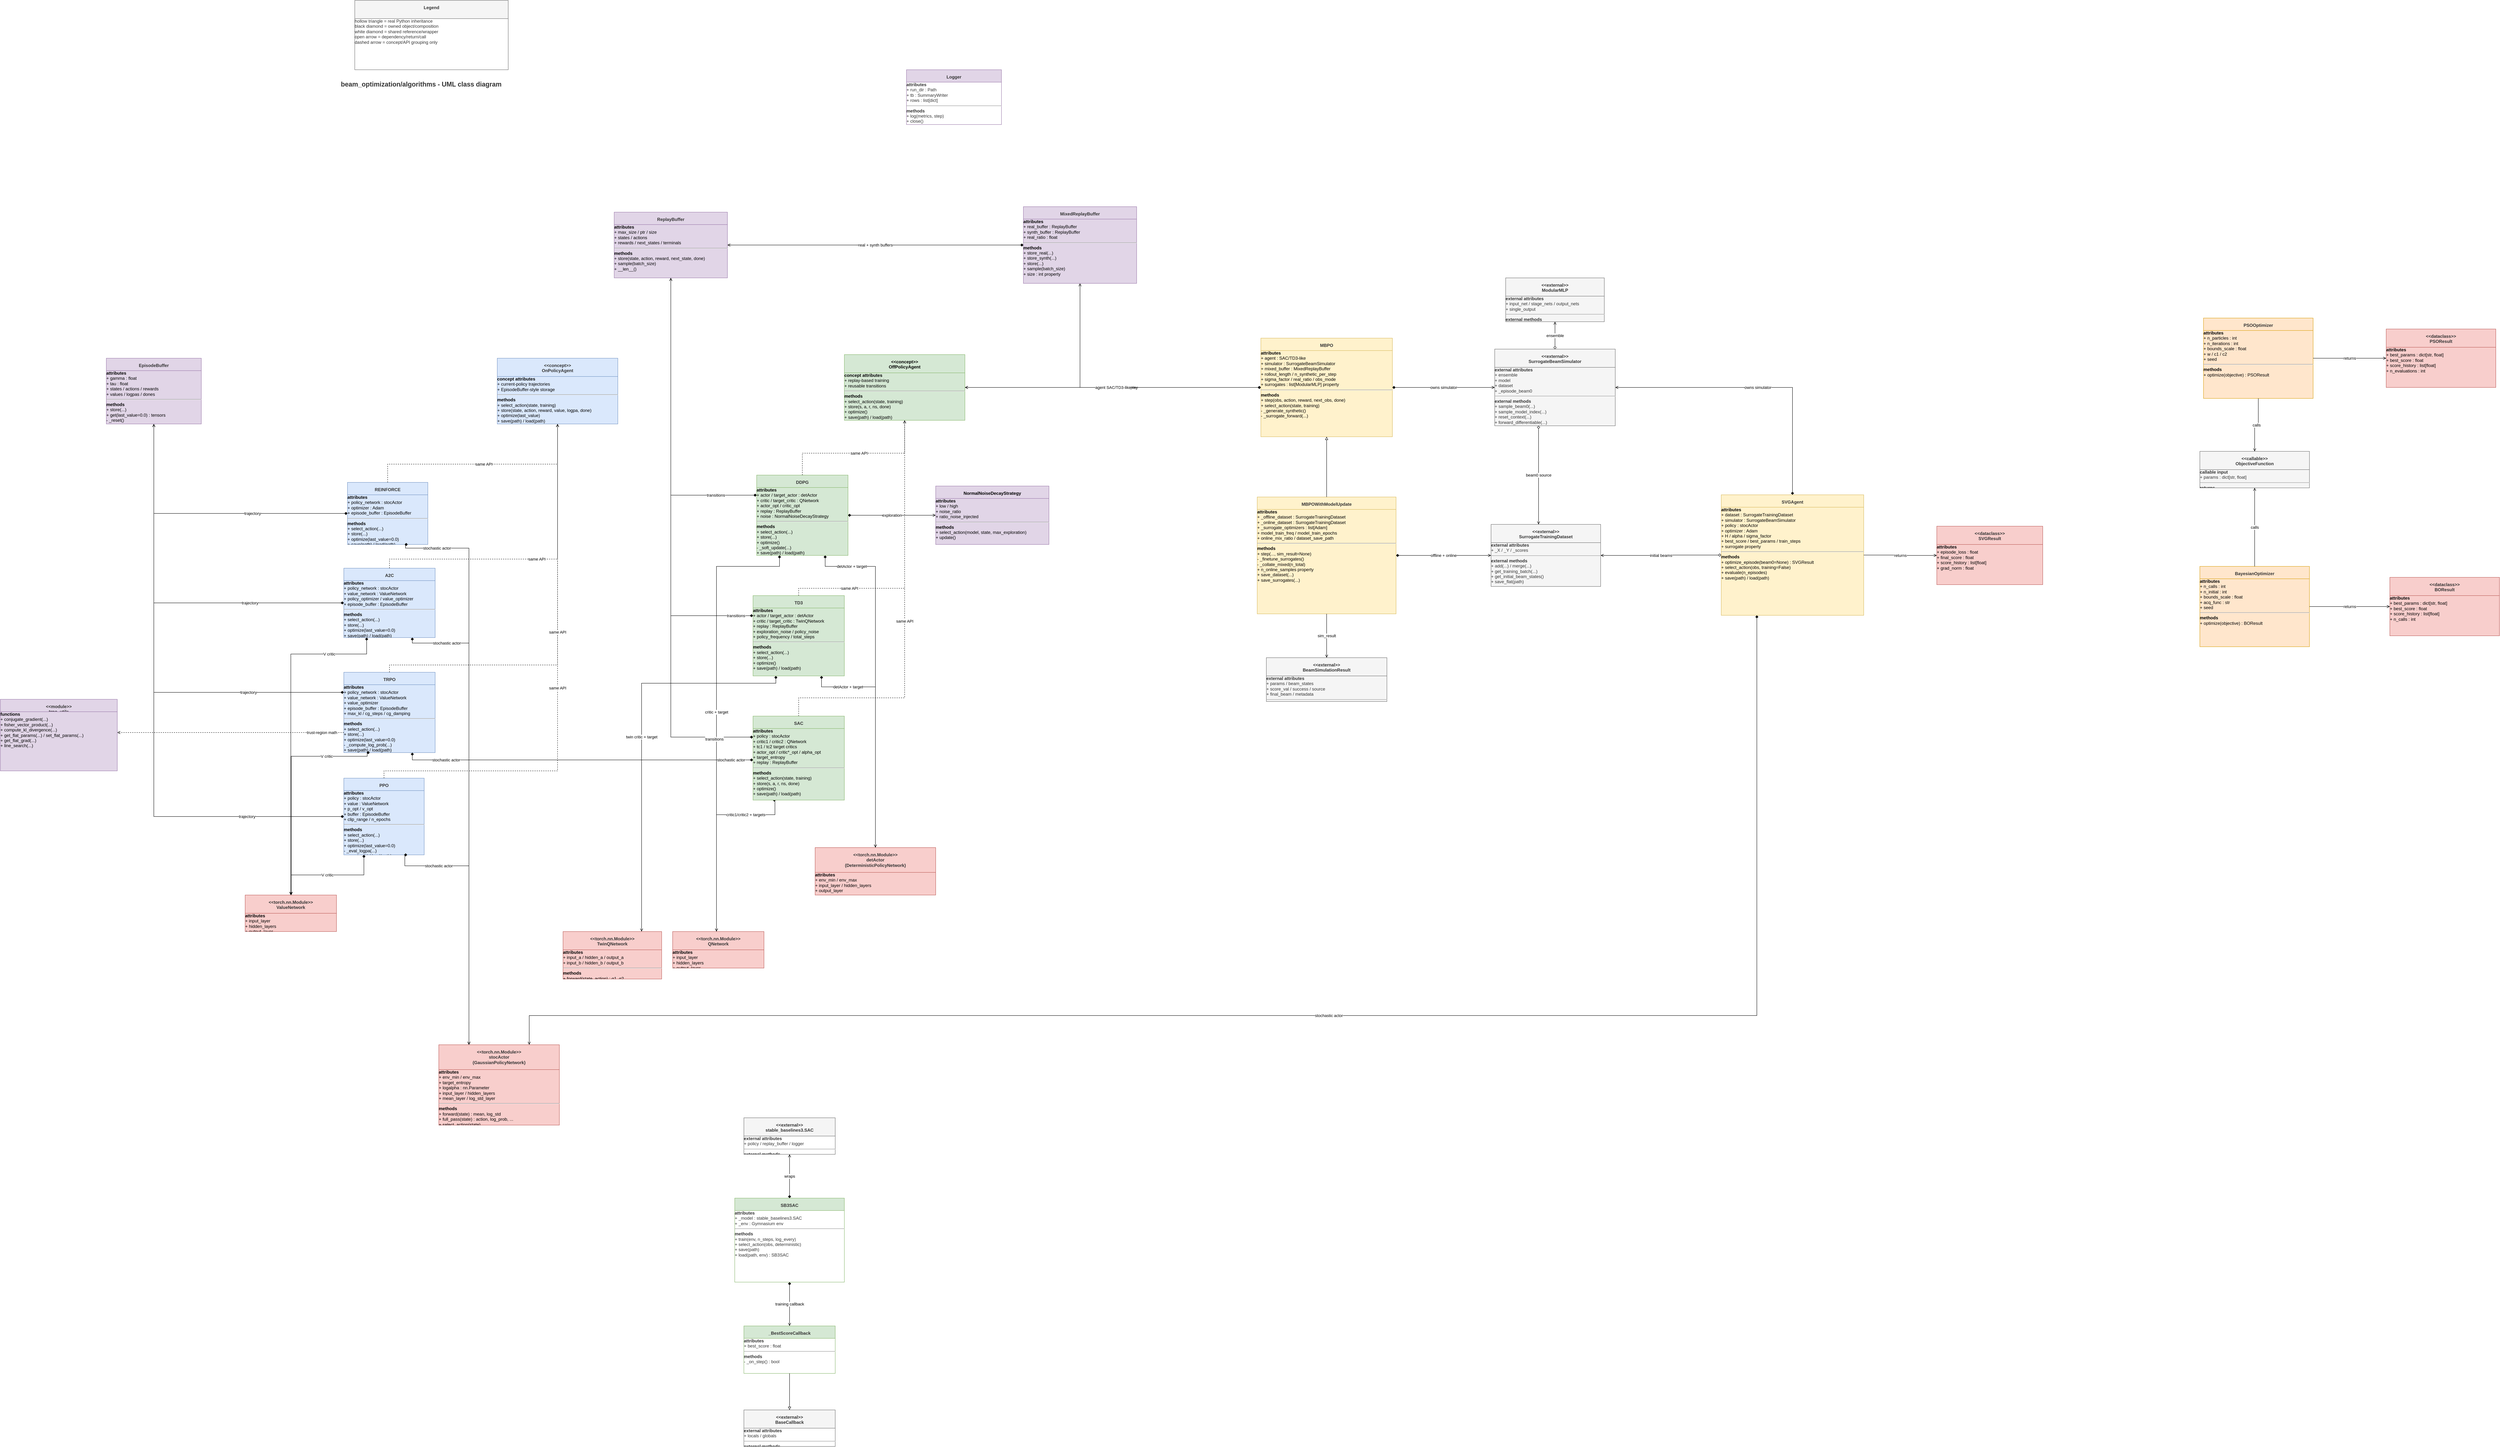
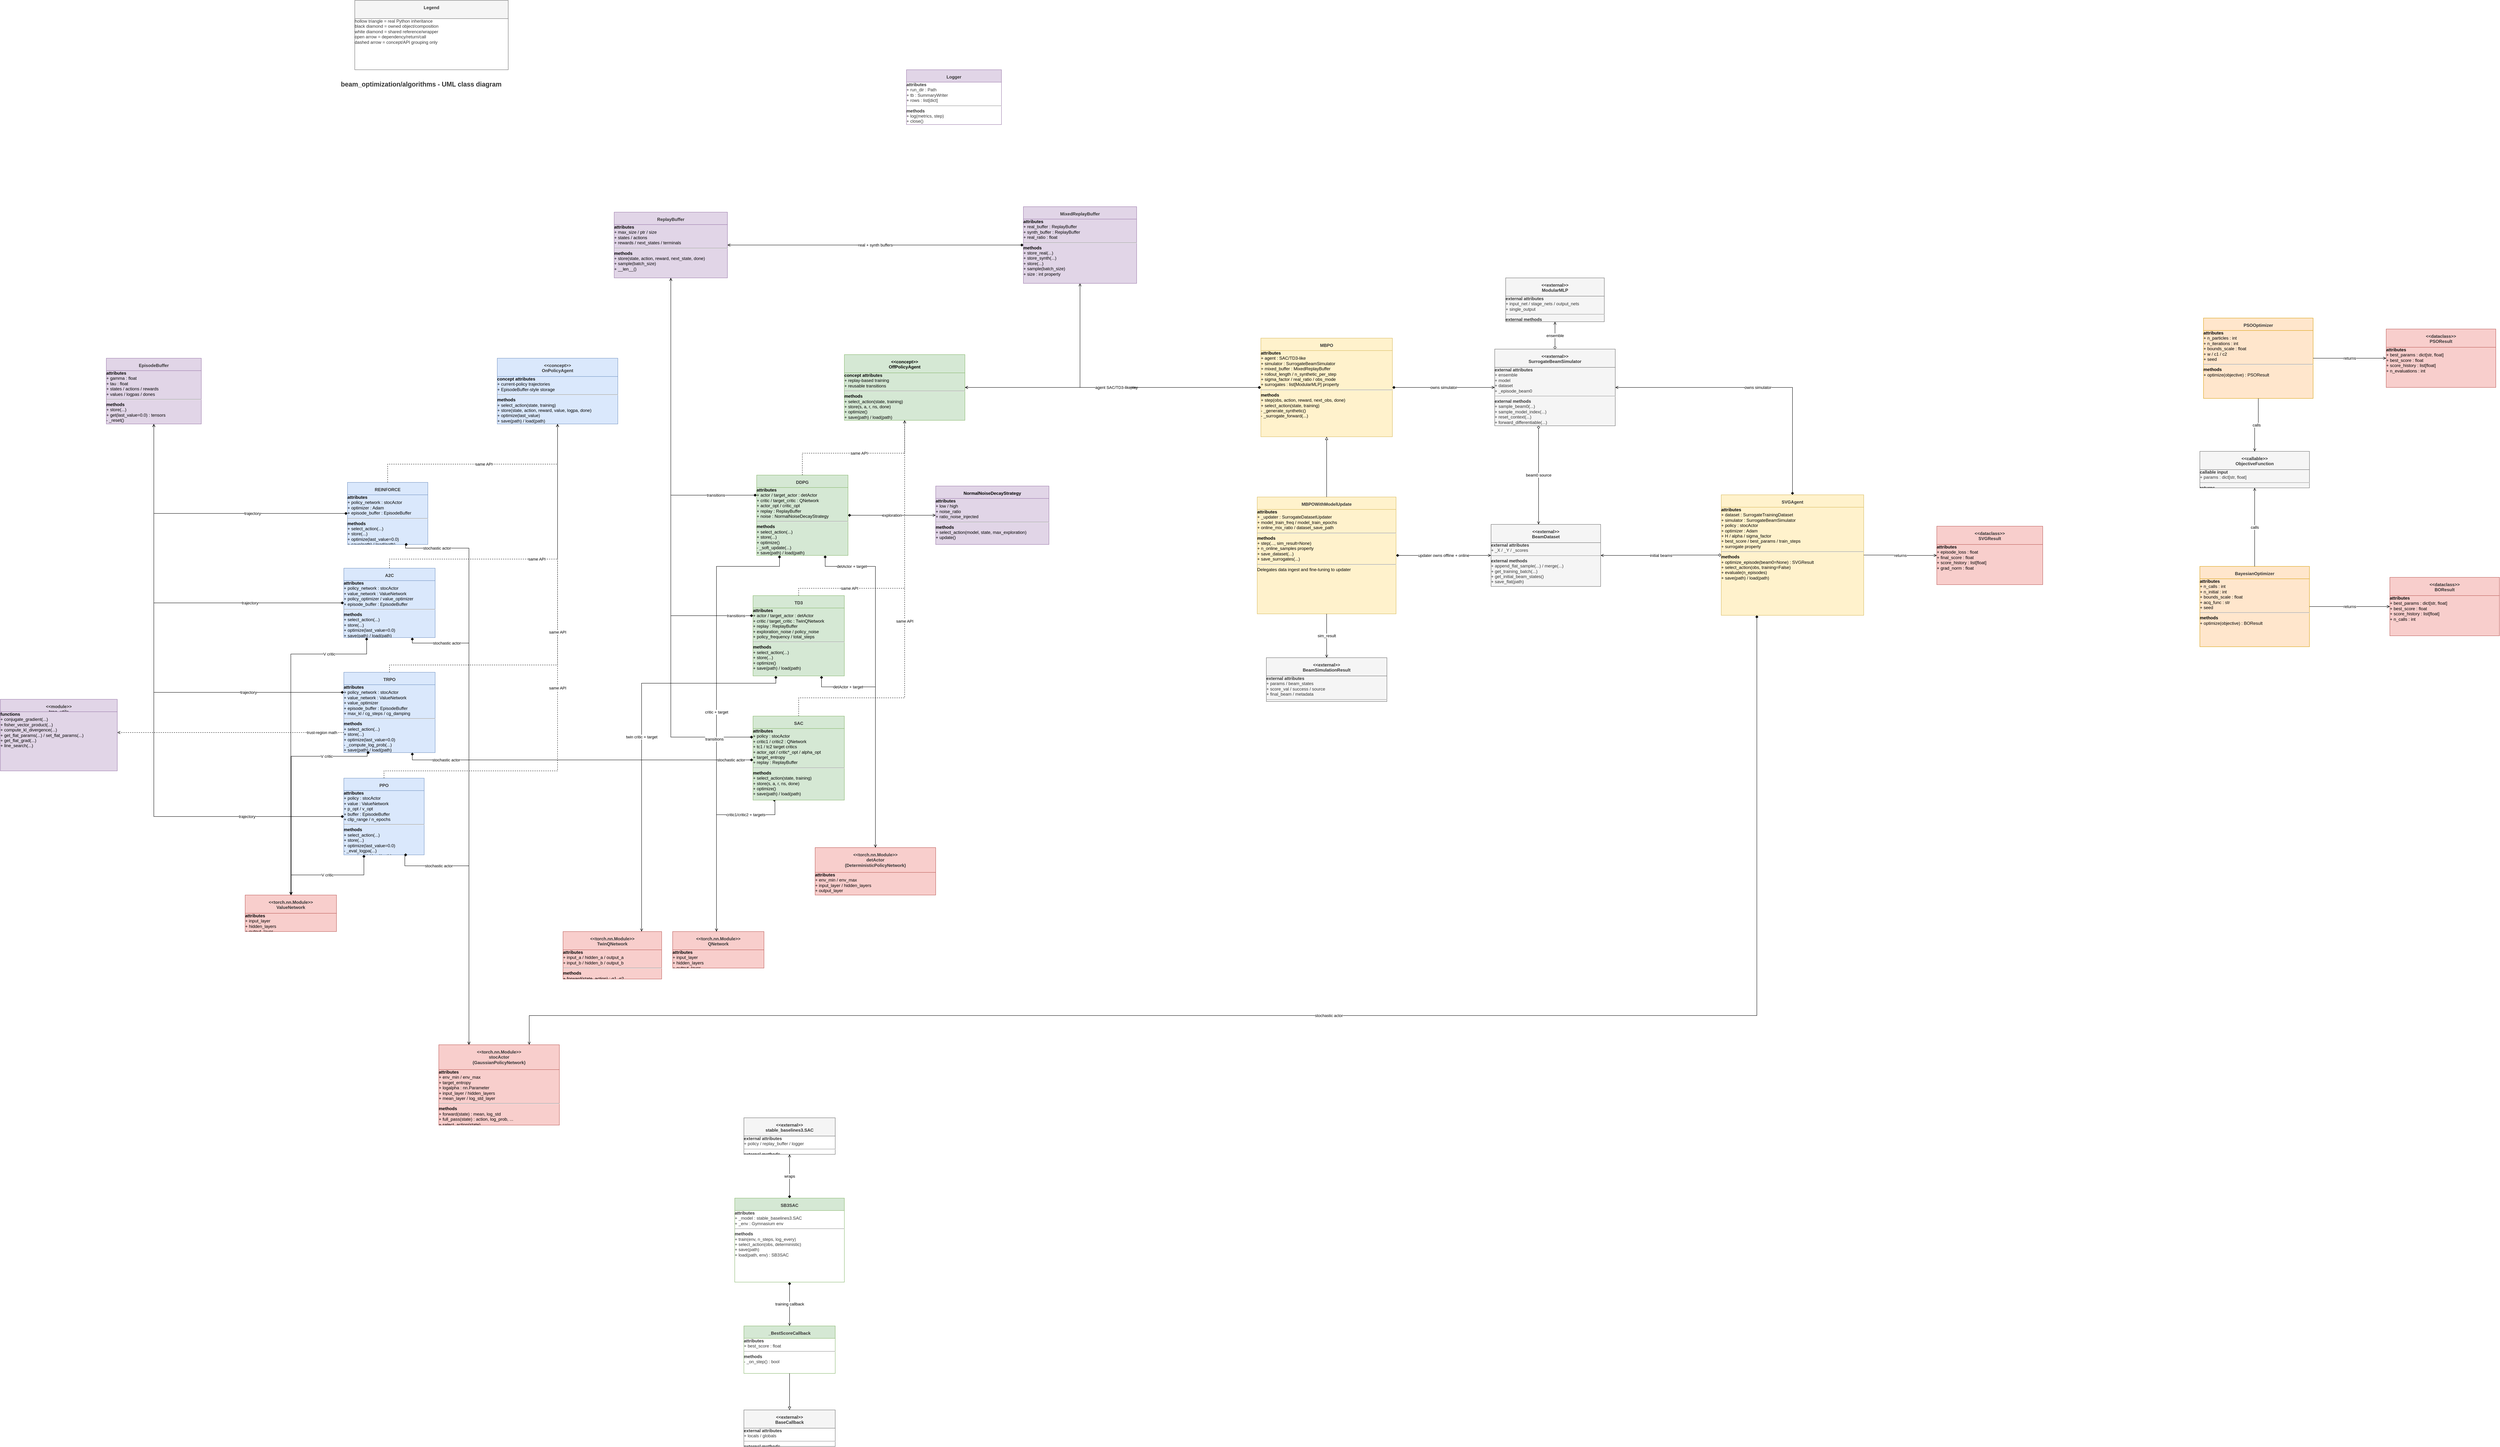
<mxfile host="65bd71144e">
  <diagram id="algorithms-class-diagram" name="Algorithms class diagram">
    <mxGraphModel dx="6020" dy="4347" grid="1" gridSize="10" guides="1" tooltips="1" connect="1" arrows="1" fold="1" page="1" pageScale="1" pageWidth="3900" pageHeight="2500" math="0" shadow="0">
      <root>
        <mxCell id="0" />
        <mxCell id="1" parent="0" />
        <mxCell id="title" value="beam_optimization/algorithms - UML class diagram" style="text;html=1;strokeColor=none;fillColor=none;align=left;verticalAlign=middle;fontSize=18;fontStyle=1;fontColor=#333333;" parent="1" vertex="1">
          <mxGeometry x="-470" y="-700" width="780" height="40" as="geometry" />
        </mxCell>
        <mxCell id="Legend" value="&lt;b&gt;Legend&lt;/b&gt;" style="swimlane;html=1;whiteSpace=wrap;collapsible=0;recursiveResize=0;childLayout=stackLayout;horizontal=1;startSize=50;align=center;verticalAlign=top;spacing=8;fontStyle=1;fillColor=#f5f5f5;strokeColor=#666666;fontSize=12;fontColor=#333333;" parent="1" vertex="1">
          <mxGeometry x="-430" y="-910" width="420" height="190" as="geometry" />
        </mxCell>
        <mxCell id="Legend_body" value="hollow triangle = real Python inheritance&lt;br&gt;black diamond = owned object/composition&lt;br&gt;white diamond = shared reference/wrapper&lt;br&gt;open arrow = dependency/return/call&lt;br&gt;dashed arrow = concept/API grouping only" style="text;html=1;strokeColor=none;fillColor=none;align=left;verticalAlign=top;whiteSpace=wrap;spacing=8;fontSize=12;overflow=fill;fontColor=#333333;" parent="Legend" vertex="1" connectable="0">
          <mxGeometry y="50" width="420" height="140" as="geometry" />
        </mxCell>
        <mxCell id="OnPolicyAgent" value="&amp;lt;&amp;lt;concept&amp;gt;&amp;gt;&lt;br&gt;&lt;b&gt;OnPolicyAgent&lt;/b&gt;" style="swimlane;html=1;whiteSpace=wrap;collapsible=0;recursiveResize=0;childLayout=stackLayout;horizontal=1;startSize=50;align=center;verticalAlign=top;spacing=8;fontStyle=1;fillColor=#dae8fc;strokeColor=#6c8ebf;fontSize=12;fontColor=#333333;" parent="1" vertex="1">
          <mxGeometry x="-40" y="70" width="330" height="180" as="geometry" />
        </mxCell>
        <mxCell id="OnPolicyAgent_body" value="&lt;b&gt;concept attributes&lt;/b&gt;&lt;br&gt;+ current-policy trajectories&lt;br&gt;+ EpisodeBuffer-style storage&lt;br&gt;&lt;hr&gt;&lt;b&gt;methods&lt;/b&gt;&lt;br&gt;+ select_action(state, training)&lt;br&gt;+ store(state, action, reward, value, logpa, done)&lt;br&gt;+ optimize(last_value)&lt;br&gt;+ save(path) / load(path)&lt;br&gt;&lt;i&gt;no common Python base&lt;/i&gt;" style="text;html=1;strokeColor=#6c8ebf;fillColor=#dae8fc;align=left;verticalAlign=top;whiteSpace=wrap;spacing=8;fontSize=12;overflow=fill;" parent="OnPolicyAgent" vertex="1" connectable="0">
          <mxGeometry y="50" width="330" height="130" as="geometry" />
        </mxCell>
        <mxCell id="OffPolicyAgent" value="&amp;lt;&amp;lt;concept&amp;gt;&amp;gt;&lt;br&gt;&lt;b&gt;OffPolicyAgent&lt;/b&gt;" style="swimlane;html=1;whiteSpace=wrap;collapsible=0;recursiveResize=0;childLayout=stackLayout;horizontal=1;startSize=50;align=center;verticalAlign=top;spacing=8;fontStyle=1;fillColor=#d5e8d4;strokeColor=#82b366;fontSize=12;" parent="1" vertex="1">
          <mxGeometry x="910" y="60" width="330" height="180" as="geometry" />
        </mxCell>
        <mxCell id="OffPolicyAgent_body" value="&lt;b&gt;concept attributes&lt;/b&gt;&lt;br&gt;+ replay-based training&lt;br&gt;+ reusable transitions&lt;br&gt;&lt;hr&gt;&lt;b&gt;methods&lt;/b&gt;&lt;br&gt;+ select_action(state, training)&lt;br&gt;+ store(s, a, r, ns, done)&lt;br&gt;+ optimize()&lt;br&gt;+ save(path) / load(path)&lt;br&gt;&lt;i&gt;no common Python base&lt;/i&gt;" style="text;html=1;strokeColor=#82b366;fillColor=#d5e8d4;align=left;verticalAlign=top;whiteSpace=wrap;spacing=8;fontSize=12;overflow=fill;" parent="OffPolicyAgent" vertex="1" connectable="0">
          <mxGeometry y="50" width="330" height="130" as="geometry" />
        </mxCell>
        <mxCell id="REINFORCE" value="&lt;b&gt;REINFORCE&lt;/b&gt;" style="swimlane;html=1;whiteSpace=wrap;collapsible=0;recursiveResize=0;childLayout=stackLayout;horizontal=1;startSize=34;align=center;verticalAlign=top;spacing=8;fontStyle=1;fillColor=#dae8fc;strokeColor=#6c8ebf;fontSize=12;fontColor=#333333;" parent="1" vertex="1">
          <mxGeometry x="-450" y="410" width="220" height="170" as="geometry" />
        </mxCell>
        <mxCell id="REINFORCE_body" value="&lt;b&gt;attributes&lt;/b&gt;&lt;br&gt;+ policy_network : stocActor&lt;br&gt;+ optimizer : Adam&lt;br&gt;+ episode_buffer : EpisodeBuffer&lt;br&gt;&lt;hr&gt;&lt;b&gt;methods&lt;/b&gt;&lt;br&gt;+ select_action(...)&lt;br&gt;+ store(...)&lt;br&gt;+ optimize(last_value=0.0)&lt;br&gt;+ save(path) / load(path)" style="text;html=1;strokeColor=#6c8ebf;fillColor=#dae8fc;align=left;verticalAlign=top;whiteSpace=wrap;spacing=8;fontSize=12;overflow=fill;" parent="REINFORCE" vertex="1" connectable="0">
          <mxGeometry y="34" width="220" height="136" as="geometry" />
        </mxCell>
        <mxCell id="A2C" value="&lt;b&gt;A2C&lt;/b&gt;" style="swimlane;html=1;whiteSpace=wrap;collapsible=0;recursiveResize=0;childLayout=stackLayout;horizontal=1;startSize=34;align=center;verticalAlign=top;spacing=8;fontStyle=1;fillColor=#dae8fc;strokeColor=#6c8ebf;fontSize=12;fontColor=#333333;" parent="1" vertex="1">
          <mxGeometry x="-460" y="645" width="250" height="190" as="geometry" />
        </mxCell>
        <mxCell id="A2C_body" value="&lt;b&gt;attributes&lt;/b&gt;&lt;br&gt;+ policy_network : stocActor&lt;br&gt;+ value_network : ValueNetwork&lt;br&gt;+ policy_optimizer / value_optimizer&lt;br&gt;+ episode_buffer : EpisodeBuffer&lt;br&gt;&lt;hr&gt;&lt;b&gt;methods&lt;/b&gt;&lt;br&gt;+ select_action(...)&lt;br&gt;+ store(...)&lt;br&gt;+ optimize(last_value=0.0)&lt;br&gt;+ save(path) / load(path)" style="text;html=1;strokeColor=#6c8ebf;fillColor=#dae8fc;align=left;verticalAlign=top;whiteSpace=wrap;spacing=8;fontSize=12;overflow=fill;" parent="A2C" vertex="1" connectable="0">
          <mxGeometry y="34" width="250" height="156" as="geometry" />
        </mxCell>
        <mxCell id="PPO" value="&lt;b&gt;PPO&lt;/b&gt;" style="swimlane;html=1;whiteSpace=wrap;collapsible=0;recursiveResize=0;childLayout=stackLayout;horizontal=1;startSize=34;align=center;verticalAlign=top;spacing=8;fontStyle=1;fillColor=#dae8fc;strokeColor=#6c8ebf;fontSize=12;fontColor=#333333;" parent="1" vertex="1">
          <mxGeometry x="-460" y="1220" width="220" height="210" as="geometry" />
        </mxCell>
        <mxCell id="PPO_body" value="&lt;b&gt;attributes&lt;/b&gt;&lt;br&gt;+ policy : stocActor&lt;br&gt;+ value : ValueNetwork&lt;br&gt;+ p_opt / v_opt&lt;br&gt;+ buffer : EpisodeBuffer&lt;br&gt;+ clip_range / n_epochs&lt;br&gt;&lt;hr&gt;&lt;b&gt;methods&lt;/b&gt;&lt;br&gt;+ select_action(...)&lt;br&gt;+ store(...)&lt;br&gt;+ optimize(last_value=0.0)&lt;br&gt;- _eval_logpa(...)&lt;br&gt;+ save(path) / load(path)" style="text;html=1;strokeColor=#6c8ebf;fillColor=#dae8fc;align=left;verticalAlign=top;whiteSpace=wrap;spacing=8;fontSize=12;overflow=fill;" parent="PPO" vertex="1" connectable="0">
          <mxGeometry y="34" width="220" height="176" as="geometry" />
        </mxCell>
        <mxCell id="TRPO" value="&lt;b&gt;TRPO&lt;/b&gt;" style="swimlane;html=1;whiteSpace=wrap;collapsible=0;recursiveResize=0;childLayout=stackLayout;horizontal=1;startSize=34;align=center;verticalAlign=top;spacing=8;fontStyle=1;fillColor=#dae8fc;strokeColor=#6c8ebf;fontSize=12;fontColor=#333333;" parent="1" vertex="1">
          <mxGeometry x="-460" y="930" width="250" height="220" as="geometry" />
        </mxCell>
        <mxCell id="TRPO_body" value="&lt;b&gt;attributes&lt;/b&gt;&lt;br&gt;+ policy_network : stocActor&lt;br&gt;+ value_network : ValueNetwork&lt;br&gt;+ value_optimizer&lt;br&gt;+ episode_buffer : EpisodeBuffer&lt;br&gt;+ max_kl / cg_steps / cg_damping&lt;br&gt;&lt;hr&gt;&lt;b&gt;methods&lt;/b&gt;&lt;br&gt;+ select_action(...)&lt;br&gt;+ store(...)&lt;br&gt;+ optimize(last_value=0.0)&lt;br&gt;- _compute_log_prob(...)&lt;br&gt;+ save(path) / load(path)" style="text;html=1;strokeColor=#6c8ebf;fillColor=#dae8fc;align=left;verticalAlign=top;whiteSpace=wrap;spacing=8;fontSize=12;overflow=fill;" parent="TRPO" vertex="1" connectable="0">
          <mxGeometry y="34" width="250" height="186" as="geometry" />
        </mxCell>
        <mxCell id="DDPG" value="&lt;b&gt;DDPG&lt;/b&gt;" style="swimlane;html=1;whiteSpace=wrap;collapsible=0;recursiveResize=0;childLayout=stackLayout;horizontal=1;startSize=34;align=center;verticalAlign=top;spacing=8;fontStyle=1;fillColor=#d5e8d4;strokeColor=#82b366;fontSize=12;fontColor=#333333;" parent="1" vertex="1">
          <mxGeometry x="670" y="390" width="250" height="220" as="geometry" />
        </mxCell>
        <mxCell id="DDPG_body" value="&lt;b&gt;attributes&lt;/b&gt;&lt;br&gt;+ actor / target_actor : detActor&lt;br&gt;+ critic / target_critic : QNetwork&lt;br&gt;+ actor_opt / critic_opt&lt;br&gt;+ replay : ReplayBuffer&lt;br&gt;+ noise : NormalNoiseDecayStrategy&lt;br&gt;&lt;hr&gt;&lt;b&gt;methods&lt;/b&gt;&lt;br&gt;+ select_action(...)&lt;br&gt;+ store(...)&lt;br&gt;+ optimize()&lt;br&gt;- _soft_update(...)&lt;br&gt;+ save(path) / load(path)" style="text;html=1;strokeColor=#82b366;fillColor=#d5e8d4;align=left;verticalAlign=top;whiteSpace=wrap;spacing=8;fontSize=12;overflow=fill;" parent="DDPG" vertex="1" connectable="0">
          <mxGeometry y="34" width="250" height="186" as="geometry" />
        </mxCell>
        <mxCell id="TD3" value="&lt;b&gt;TD3&lt;/b&gt;" style="swimlane;html=1;whiteSpace=wrap;collapsible=0;recursiveResize=0;childLayout=stackLayout;horizontal=1;startSize=34;align=center;verticalAlign=top;spacing=8;fontStyle=1;fillColor=#d5e8d4;strokeColor=#82b366;fontSize=12;fontColor=#333333;" parent="1" vertex="1">
          <mxGeometry x="660" y="720" width="250" height="220" as="geometry" />
        </mxCell>
        <mxCell id="TD3_body" value="&lt;b&gt;attributes&lt;/b&gt;&lt;br&gt;+ actor / target_actor : detActor&lt;br&gt;+ critic / target_critic : TwinQNetwork&lt;br&gt;+ replay : ReplayBuffer&lt;br&gt;+ exploration_noise / policy_noise&lt;br&gt;+ policy_frequency / total_steps&lt;br&gt;&lt;hr&gt;&lt;b&gt;methods&lt;/b&gt;&lt;br&gt;+ select_action(...)&lt;br&gt;+ store(...)&lt;br&gt;+ optimize()&lt;br&gt;+ save(path) / load(path)" style="text;html=1;strokeColor=#82b366;fillColor=#d5e8d4;align=left;verticalAlign=top;whiteSpace=wrap;spacing=8;fontSize=12;overflow=fill;" parent="TD3" vertex="1" connectable="0">
          <mxGeometry y="34" width="250" height="186" as="geometry" />
        </mxCell>
        <mxCell id="SB3SAC" value="&lt;b&gt;SB3SAC&lt;/b&gt;" style="swimlane;html=1;whiteSpace=wrap;collapsible=0;recursiveResize=0;childLayout=stackLayout;horizontal=1;startSize=34;align=center;verticalAlign=top;spacing=8;fontStyle=1;fillColor=#d5e8d4;strokeColor=#82b366;fontSize=12;fontColor=#333333;" parent="1" vertex="1">
          <mxGeometry x="610" y="2370" width="300" height="230" as="geometry" />
        </mxCell>
        <mxCell id="SB3SAC_body" value="&lt;b&gt;attributes&lt;/b&gt;&lt;br&gt;+ _model : stable_baselines3.SAC&lt;br&gt;+ _env : Gymnasium env&lt;br&gt;&lt;hr&gt;&lt;b&gt;methods&lt;/b&gt;&lt;br&gt;+ train(env, n_steps, log_every)&lt;br&gt;+ select_action(obs, deterministic)&lt;br&gt;+ save(path)&lt;br&gt;+ load(path, env) : SB3SAC" style="text;html=1;strokeColor=none;fillColor=none;align=left;verticalAlign=top;whiteSpace=wrap;spacing=8;fontSize=12;overflow=fill;fontColor=#333333;" parent="SB3SAC" vertex="1" connectable="0">
          <mxGeometry y="34" width="300" height="196" as="geometry" />
        </mxCell>
        <mxCell id="BestScoreCallback" value="&lt;b&gt;_BestScoreCallback&lt;/b&gt;" style="swimlane;html=1;whiteSpace=wrap;collapsible=0;recursiveResize=0;childLayout=stackLayout;horizontal=1;startSize=34;align=center;verticalAlign=top;spacing=8;fontStyle=1;fillColor=#d5e8d4;strokeColor=#82b366;fontSize=12;fontColor=#333333;" parent="1" vertex="1">
          <mxGeometry x="635" y="2720" width="250" height="130" as="geometry" />
        </mxCell>
        <mxCell id="BestScoreCallback_body" value="&lt;b&gt;attributes&lt;/b&gt;&lt;br&gt;+ best_score : float&lt;br&gt;&lt;hr&gt;&lt;b&gt;methods&lt;/b&gt;&lt;br&gt;- _on_step() : bool" style="text;html=1;strokeColor=none;fillColor=none;align=left;verticalAlign=top;whiteSpace=wrap;spacing=8;fontSize=12;overflow=fill;fontColor=#333333;" parent="BestScoreCallback" vertex="1" connectable="0">
          <mxGeometry y="34" width="250" height="96" as="geometry" />
        </mxCell>
        <mxCell id="GaussianPolicyNetwork" value="&amp;lt;&amp;lt;torch.nn.Module&amp;gt;&amp;gt;&lt;br&gt;&lt;b&gt;stocActor&lt;/b&gt;&lt;br&gt;(GaussianPolicyNetwork)" style="swimlane;html=1;whiteSpace=wrap;collapsible=0;recursiveResize=0;childLayout=stackLayout;horizontal=1;startSize=68;align=center;verticalAlign=top;spacing=8;fontStyle=1;fillColor=#f8cecc;strokeColor=#b85450;fontSize=12;fontColor=#333333;" parent="1" vertex="1">
          <mxGeometry x="-200" y="1950" width="330" height="220" as="geometry" />
        </mxCell>
        <mxCell id="GaussianPolicyNetwork_body" value="&lt;b&gt;attributes&lt;/b&gt;&lt;br&gt;+ env_min / env_max&lt;br&gt;+ target_entropy&lt;br&gt;+ logalpha : nn.Parameter&lt;br&gt;+ input_layer / hidden_layers&lt;br&gt;+ mean_layer / log_std_layer&lt;br&gt;&lt;hr&gt;&lt;b&gt;methods&lt;/b&gt;&lt;br&gt;+ forward(state) : mean, log_std&lt;br&gt;+ full_pass(state) : action, log_prob, ...&lt;br&gt;+ select_action(state)&lt;br&gt;+ select_greedy_action(state)" style="text;html=1;strokeColor=#b85450;fillColor=#f8cecc;align=left;verticalAlign=top;whiteSpace=wrap;spacing=8;fontSize=12;overflow=fill;" parent="GaussianPolicyNetwork" vertex="1" connectable="0">
          <mxGeometry y="68" width="330" height="152" as="geometry" />
        </mxCell>
        <mxCell id="DeterministicPolicyNetwork" value="&amp;lt;&amp;lt;torch.nn.Module&amp;gt;&amp;gt;&lt;br&gt;&lt;b&gt;detActor&lt;/b&gt;&lt;br&gt;(DeterministicPolicyNetwork)" style="swimlane;html=1;whiteSpace=wrap;collapsible=0;recursiveResize=0;childLayout=stackLayout;horizontal=1;startSize=68;align=center;verticalAlign=top;spacing=8;fontStyle=1;fillColor=#f8cecc;strokeColor=#b85450;fontSize=12;fontColor=#333333;" parent="1" vertex="1">
          <mxGeometry x="830" y="1410" width="330" height="130" as="geometry" />
        </mxCell>
        <mxCell id="DeterministicPolicyNetwork_body" value="&lt;b&gt;attributes&lt;/b&gt;&lt;br&gt;+ env_min / env_max&lt;br&gt;+ input_layer / hidden_layers&lt;br&gt;+ output_layer&lt;br&gt;&lt;hr&gt;&lt;b&gt;methods&lt;/b&gt;&lt;br&gt;+ forward(state) : Tensor&lt;br&gt;+ select_action(state) : ndarray" style="text;html=1;strokeColor=#b85450;fillColor=#f8cecc;align=left;verticalAlign=top;whiteSpace=wrap;spacing=8;fontSize=12;overflow=fill;" parent="DeterministicPolicyNetwork" vertex="1" connectable="0">
          <mxGeometry y="68" width="330" height="62" as="geometry" />
        </mxCell>
        <mxCell id="ValueNetwork" value="&amp;lt;&amp;lt;torch.nn.Module&amp;gt;&amp;gt;&lt;br&gt;&lt;b&gt;ValueNetwork&lt;/b&gt;" style="swimlane;html=1;whiteSpace=wrap;collapsible=0;recursiveResize=0;childLayout=stackLayout;horizontal=1;startSize=50;align=center;verticalAlign=top;spacing=8;fontStyle=1;fillColor=#f8cecc;strokeColor=#b85450;fontSize=12;fontColor=#333333;" parent="1" vertex="1">
          <mxGeometry x="-730" y="1540" width="250" height="100" as="geometry" />
        </mxCell>
        <mxCell id="ValueNetwork_body" value="&lt;b&gt;attributes&lt;/b&gt;&lt;br&gt;+ input_layer&lt;br&gt;+ hidden_layers&lt;br&gt;+ output_layer&lt;br&gt;&lt;hr&gt;&lt;b&gt;methods&lt;/b&gt;&lt;br&gt;+ forward(state) : Tensor" style="text;html=1;strokeColor=#b85450;fillColor=#f8cecc;align=left;verticalAlign=top;whiteSpace=wrap;spacing=8;fontSize=12;overflow=fill;" parent="ValueNetwork" vertex="1" connectable="0">
          <mxGeometry y="50" width="250" height="50" as="geometry" />
        </mxCell>
        <mxCell id="QNetwork" value="&amp;lt;&amp;lt;torch.nn.Module&amp;gt;&amp;gt;&lt;br&gt;&lt;b&gt;QNetwork&lt;/b&gt;" style="swimlane;html=1;whiteSpace=wrap;collapsible=0;recursiveResize=0;childLayout=stackLayout;horizontal=1;startSize=50;align=center;verticalAlign=top;spacing=8;fontStyle=1;fillColor=#f8cecc;strokeColor=#b85450;fontSize=12;fontColor=#333333;" parent="1" vertex="1">
          <mxGeometry x="440" y="1640" width="250" height="100" as="geometry" />
        </mxCell>
        <mxCell id="QNetwork_body" value="&lt;b&gt;attributes&lt;/b&gt;&lt;br&gt;+ input_layer&lt;br&gt;+ hidden_layers&lt;br&gt;+ output_layer&lt;br&gt;&lt;hr&gt;&lt;b&gt;methods&lt;/b&gt;&lt;br&gt;+ forward(state, action) : Tensor" style="text;html=1;strokeColor=#b85450;fillColor=#f8cecc;align=left;verticalAlign=top;whiteSpace=wrap;spacing=8;fontSize=12;overflow=fill;" parent="QNetwork" vertex="1" connectable="0">
          <mxGeometry y="50" width="250" height="50" as="geometry" />
        </mxCell>
        <mxCell id="TwinQNetwork" value="&amp;lt;&amp;lt;torch.nn.Module&amp;gt;&amp;gt;&lt;br&gt;&lt;b&gt;TwinQNetwork&lt;/b&gt;" style="swimlane;html=1;whiteSpace=wrap;collapsible=0;recursiveResize=0;childLayout=stackLayout;horizontal=1;startSize=50;align=center;verticalAlign=top;spacing=8;fontStyle=1;fillColor=#f8cecc;strokeColor=#b85450;fontSize=12;fontColor=#333333;" parent="1" vertex="1">
          <mxGeometry x="140" y="1640" width="270" height="130" as="geometry" />
        </mxCell>
        <mxCell id="TwinQNetwork_body" value="&lt;b&gt;attributes&lt;/b&gt;&lt;br&gt;+ input_a / hidden_a / output_a&lt;br&gt;+ input_b / hidden_b / output_b&lt;br&gt;&lt;hr&gt;&lt;b&gt;methods&lt;/b&gt;&lt;br&gt;+ forward(state, action) : q1, q2&lt;br&gt;+ Q1(state, action) : Tensor" style="text;html=1;strokeColor=#b85450;fillColor=#f8cecc;align=left;verticalAlign=top;whiteSpace=wrap;spacing=8;fontSize=12;overflow=fill;" parent="TwinQNetwork" vertex="1" connectable="0">
          <mxGeometry y="50" width="270" height="80" as="geometry" />
        </mxCell>
        <mxCell id="EpisodeBuffer" value="&lt;b&gt;EpisodeBuffer&lt;/b&gt;" style="swimlane;html=1;whiteSpace=wrap;collapsible=0;recursiveResize=0;childLayout=stackLayout;horizontal=1;startSize=34;align=center;verticalAlign=top;spacing=8;fontStyle=1;fillColor=#e1d5e7;strokeColor=#9673a6;fontSize=12;fontColor=#333333;" parent="1" vertex="1">
          <mxGeometry x="-1110" y="70" width="260" height="180" as="geometry" />
        </mxCell>
        <mxCell id="EpisodeBuffer_body" value="&lt;b&gt;attributes&lt;/b&gt;&lt;br&gt;+ gamma : float&lt;br&gt;+ tau : float&lt;br&gt;+ states / actions / rewards&lt;br&gt;+ values / logpas / dones&lt;br&gt;&lt;hr&gt;&lt;b&gt;methods&lt;/b&gt;&lt;br&gt;+ store(...)&lt;br&gt;+ get(last_value=0.0) : tensors&lt;br&gt;- _reset()" style="text;html=1;strokeColor=#9673a6;fillColor=#e1d5e7;align=left;verticalAlign=top;whiteSpace=wrap;spacing=8;fontSize=12;overflow=fill;" parent="EpisodeBuffer" vertex="1" connectable="0">
          <mxGeometry y="34" width="260" height="146" as="geometry" />
        </mxCell>
        <mxCell id="ReplayBuffer" value="&lt;b&gt;ReplayBuffer&lt;/b&gt;" style="swimlane;html=1;whiteSpace=wrap;collapsible=0;recursiveResize=0;childLayout=stackLayout;horizontal=1;startSize=34;align=center;verticalAlign=top;spacing=8;fontStyle=1;fillColor=#e1d5e7;strokeColor=#9673a6;fontSize=12;fontColor=#333333;" parent="1" vertex="1">
          <mxGeometry x="280" y="-330" width="310" height="180" as="geometry" />
        </mxCell>
        <mxCell id="ReplayBuffer_body" value="&lt;b&gt;attributes&lt;/b&gt;&lt;br&gt;+ max_size / ptr / size&lt;br&gt;+ states / actions&lt;br&gt;+ rewards / next_states / terminals&lt;br&gt;&lt;hr&gt;&lt;b&gt;methods&lt;/b&gt;&lt;br&gt;+ store(state, action, reward, next_state, done)&lt;br&gt;+ sample(batch_size)&lt;br&gt;+ __len__()" style="text;html=1;strokeColor=#9673a6;fillColor=#e1d5e7;align=left;verticalAlign=top;whiteSpace=wrap;spacing=8;fontSize=12;overflow=fill;" parent="ReplayBuffer" vertex="1" connectable="0">
          <mxGeometry y="34" width="310" height="146" as="geometry" />
        </mxCell>
        <mxCell id="MixedReplayBuffer" value="&lt;b&gt;MixedReplayBuffer&lt;/b&gt;" style="swimlane;html=1;whiteSpace=wrap;collapsible=0;recursiveResize=0;childLayout=stackLayout;horizontal=1;startSize=34;align=center;verticalAlign=top;spacing=8;fontStyle=1;fillColor=#e1d5e7;strokeColor=#9673a6;fontSize=12;fontColor=#333333;" parent="1" vertex="1">
          <mxGeometry x="1400" y="-345" width="310" height="210" as="geometry" />
        </mxCell>
        <mxCell id="MixedReplayBuffer_body" value="&lt;b&gt;attributes&lt;/b&gt;&lt;br&gt;+ real_buffer : ReplayBuffer&lt;br&gt;+ synth_buffer : ReplayBuffer&lt;br&gt;+ real_ratio : float&lt;br&gt;&lt;hr&gt;&lt;b&gt;methods&lt;/b&gt;&lt;br&gt;+ store_real(...)&lt;br&gt;+ store_synth(...)&lt;br&gt;+ store(...)&lt;br&gt;+ sample(batch_size)&lt;br&gt;+ size : int property" style="text;html=1;strokeColor=#9673a6;fillColor=#e1d5e7;align=left;verticalAlign=top;whiteSpace=wrap;spacing=8;fontSize=12;overflow=fill;" parent="MixedReplayBuffer" vertex="1" connectable="0">
          <mxGeometry y="34" width="310" height="176" as="geometry" />
        </mxCell>
        <mxCell id="NormalNoiseDecayStrategy" value="&lt;b&gt;NormalNoiseDecayStrategy&lt;/b&gt;" style="swimlane;html=1;whiteSpace=wrap;collapsible=0;recursiveResize=0;childLayout=stackLayout;horizontal=1;startSize=34;align=center;verticalAlign=top;spacing=8;fontStyle=1;fillColor=#e1d5e7;strokeColor=#9673a6;fontSize=12;" parent="1" vertex="1">
          <mxGeometry x="1160" y="420" width="310" height="160" as="geometry" />
        </mxCell>
        <mxCell id="NormalNoiseDecayStrategy_body" value="&lt;b&gt;attributes&lt;/b&gt;&lt;br&gt;+ low / high&lt;br&gt;+ noise_ratio&lt;br&gt;+ ratio_noise_injected&lt;br&gt;&lt;hr&gt;&lt;b&gt;methods&lt;/b&gt;&lt;br&gt;+ select_action(model, state, max_exploration)&lt;br&gt;+ update()" style="text;html=1;strokeColor=#9673a6;fillColor=#e1d5e7;align=left;verticalAlign=top;whiteSpace=wrap;spacing=8;fontSize=12;overflow=fill;" parent="NormalNoiseDecayStrategy" vertex="1" connectable="0">
          <mxGeometry y="34" width="310" height="126" as="geometry" />
        </mxCell>
        <mxCell id="Logger" value="&lt;b&gt;Logger&lt;/b&gt;" style="swimlane;html=1;whiteSpace=wrap;collapsible=0;recursiveResize=0;childLayout=stackLayout;horizontal=1;startSize=34;align=center;verticalAlign=top;spacing=8;fontStyle=1;fillColor=#e1d5e7;strokeColor=#9673a6;fontSize=12;fontColor=#333333;" parent="1" vertex="1">
          <mxGeometry x="1080" y="-720" width="260" height="150" as="geometry" />
        </mxCell>
        <mxCell id="Logger_body" value="&lt;b&gt;attributes&lt;/b&gt;&lt;br&gt;+ run_dir : Path&lt;br&gt;+ tb : SummaryWriter&lt;br&gt;+ rows : list[dict]&lt;br&gt;&lt;hr&gt;&lt;b&gt;methods&lt;/b&gt;&lt;br&gt;+ log(metrics, step)&lt;br&gt;+ close()" style="text;html=1;strokeColor=none;fillColor=none;align=left;verticalAlign=top;whiteSpace=wrap;spacing=8;fontSize=12;overflow=fill;fontColor=#333333;" parent="Logger" vertex="1" connectable="0">
          <mxGeometry y="34" width="260" height="116" as="geometry" />
        </mxCell>
        <mxCell id="MBPO" value="&lt;b&gt;MBPO&lt;/b&gt;" style="swimlane;html=1;whiteSpace=wrap;collapsible=0;recursiveResize=0;childLayout=stackLayout;horizontal=1;startSize=34;align=center;verticalAlign=top;spacing=8;fontStyle=1;fillColor=#fff2cc;strokeColor=#d6b656;fontSize=12;fontColor=#333333;" parent="1" vertex="1">
          <mxGeometry x="2050" y="15" width="360" height="270" as="geometry" />
        </mxCell>
        <mxCell id="MBPO_body" value="&lt;b&gt;attributes&lt;/b&gt;&lt;br&gt;+ agent : SAC/TD3-like&lt;br&gt;+ simulator : SurrogateBeamSimulator&lt;br&gt;+ mixed_buffer : MixedReplayBuffer&lt;br&gt;+ rollout_length / n_synthetic_per_step&lt;br&gt;+ sigma_factor / real_ratio / obs_mode&lt;br&gt;+ surrogates : list[ModularMLP] property&lt;br&gt;&lt;hr&gt;&lt;b&gt;methods&lt;/b&gt;&lt;br&gt;+ step(obs, action, reward, next_obs, done)&lt;br&gt;+ select_action(state, training)&lt;br&gt;- _generate_synthetic()&lt;br&gt;- _surrogate_forward(...)" style="text;html=1;strokeColor=#d6b656;fillColor=#fff2cc;align=left;verticalAlign=top;whiteSpace=wrap;spacing=8;fontSize=12;overflow=fill;" parent="MBPO" vertex="1" connectable="0">
          <mxGeometry y="34" width="360" height="236" as="geometry" />
        </mxCell>
        <mxCell id="MBPOWithModelUpdate" value="&lt;b&gt;MBPOWithModelUpdate&lt;/b&gt;" style="swimlane;html=1;whiteSpace=wrap;collapsible=0;recursiveResize=0;childLayout=stackLayout;horizontal=1;startSize=34;align=center;verticalAlign=top;spacing=8;fontStyle=1;fillColor=#fff2cc;strokeColor=#d6b656;fontSize=12;fontColor=#333333;" parent="1" vertex="1">
          <mxGeometry x="2040" y="450" width="380" height="320" as="geometry" />
        </mxCell>
-         <mxCell id="MBPOWithModelUpdate_body" value="&lt;b&gt;attributes&lt;/b&gt;&lt;br&gt;+ _offline_dataset : SurrogateTrainingDataset&lt;br&gt;+ _online_dataset : SurrogateTrainingDataset&lt;br&gt;+ _surrogate_optimizers : list[Adam]&lt;br&gt;+ model_train_freq / model_train_epochs&lt;br&gt;+ online_mix_ratio / dataset_save_path&lt;br&gt;&lt;hr&gt;&lt;b&gt;methods&lt;/b&gt;&lt;br&gt;+ step(..., sim_result=None)&lt;br&gt;- _finetune_surrogates()&lt;br&gt;- _collate_mixed(n_total)&lt;br&gt;+ n_online_samples property&lt;br&gt;+ save_dataset(...)&lt;br&gt;+ save_surrogates(...)" style="text;html=1;strokeColor=#d6b656;fillColor=#fff2cc;align=left;verticalAlign=top;whiteSpace=wrap;spacing=8;fontSize=12;overflow=fill;" parent="MBPOWithModelUpdate" vertex="1" connectable="0">
+         <mxCell id="MBPOWithModelUpdate_body" value="&lt;b&gt;attributes&lt;/b&gt;&lt;br&gt;+ _updater : SurrogateDatasetUpdater&lt;br&gt;+ model_train_freq / model_train_epochs&lt;br&gt;+ online_mix_ratio / dataset_save_path&lt;br&gt;&lt;hr&gt;&lt;b&gt;methods&lt;/b&gt;&lt;br&gt;+ step(..., sim_result=None)&lt;br&gt;+ n_online_samples property&lt;br&gt;+ save_dataset(...)&lt;br&gt;+ save_surrogates(...)&lt;br&gt;&lt;hr&gt;Delegates data ingest and fine-tuning to updater" style="text;html=1;strokeColor=#d6b656;fillColor=#fff2cc;align=left;verticalAlign=top;whiteSpace=wrap;spacing=8;fontSize=12;overflow=fill;" parent="MBPOWithModelUpdate" vertex="1" connectable="0">
          <mxGeometry y="34" width="380" height="286" as="geometry" />
        </mxCell>
        <mxCell id="SVGAgent" value="&lt;b&gt;SVGAgent&lt;/b&gt;" style="swimlane;html=1;whiteSpace=wrap;collapsible=0;recursiveResize=0;childLayout=stackLayout;horizontal=1;startSize=34;align=center;verticalAlign=top;spacing=8;fontStyle=1;fillColor=#fff2cc;strokeColor=#d6b656;fontSize=12;fontColor=#333333;" parent="1" vertex="1">
          <mxGeometry x="3310" y="444" width="390" height="330" as="geometry" />
        </mxCell>
        <mxCell id="SVGAgent_body" value="&lt;b&gt;attributes&lt;/b&gt;&lt;br&gt;+ dataset : SurrogateTrainingDataset&lt;br&gt;+ simulator : SurrogateBeamSimulator&lt;br&gt;+ policy : stocActor&lt;br&gt;+ optimizer : Adam&lt;br&gt;+ H / alpha / sigma_factor&lt;br&gt;+ best_score / best_params / train_steps&lt;br&gt;+ surrogate property&lt;br&gt;&lt;hr&gt;&lt;b&gt;methods&lt;/b&gt;&lt;br&gt;+ optimize_episode(beam0=None) : SVGResult&lt;br&gt;+ select_action(obs, training=False)&lt;br&gt;+ evaluate(n_episodes)&lt;br&gt;+ save(path) / load(path)" style="text;html=1;strokeColor=#d6b656;fillColor=#fff2cc;align=left;verticalAlign=top;whiteSpace=wrap;spacing=8;fontSize=12;overflow=fill;" parent="SVGAgent" vertex="1" connectable="0">
          <mxGeometry y="34" width="390" height="296" as="geometry" />
        </mxCell>
        <mxCell id="SVGResult" value="&amp;lt;&amp;lt;dataclass&amp;gt;&amp;gt;&lt;br&gt;&lt;b&gt;SVGResult&lt;/b&gt;" style="swimlane;html=1;whiteSpace=wrap;collapsible=0;recursiveResize=0;childLayout=stackLayout;horizontal=1;startSize=50;align=center;verticalAlign=top;spacing=8;fontStyle=1;fillColor=#f8cecc;strokeColor=#b85450;fontSize=12;fontColor=#333333;" parent="1" vertex="1">
          <mxGeometry x="3900" y="530" width="290" height="160" as="geometry" />
        </mxCell>
        <mxCell id="SVGResult_body" value="&lt;b&gt;attributes&lt;/b&gt;&lt;br&gt;+ episode_loss : float&lt;br&gt;+ final_score : float&lt;br&gt;+ score_history : list[float]&lt;br&gt;+ grad_norm : float" style="text;html=1;strokeColor=#b85450;fillColor=#f8cecc;align=left;verticalAlign=top;whiteSpace=wrap;spacing=8;fontSize=12;overflow=fill;" parent="SVGResult" vertex="1" connectable="0">
          <mxGeometry y="50" width="290" height="110" as="geometry" />
        </mxCell>
        <mxCell id="SurrogateBeamSimulator" value="&amp;lt;&amp;lt;external&amp;gt;&amp;gt;&lt;br&gt;&lt;b&gt;SurrogateBeamSimulator&lt;/b&gt;" style="swimlane;html=1;whiteSpace=wrap;collapsible=0;recursiveResize=0;childLayout=stackLayout;horizontal=1;startSize=50;align=center;verticalAlign=top;spacing=8;fontStyle=1;fillColor=#f5f5f5;strokeColor=#666666;fontSize=12;fontColor=#333333;" parent="1" vertex="1">
          <mxGeometry x="2690" y="45" width="330" height="210" as="geometry" />
        </mxCell>
        <mxCell id="SurrogateBeamSimulator_body" value="&lt;b&gt;external attributes&lt;/b&gt;&lt;br&gt;+ ensemble&lt;br&gt;+ model&lt;br&gt;+ dataset&lt;br&gt;+ _episode_beam0&lt;br&gt;&lt;hr&gt;&lt;b&gt;external methods&lt;/b&gt;&lt;br&gt;+ sample_beam0(...)&lt;br&gt;+ sample_model_index(...)&lt;br&gt;+ reset_context(...)&lt;br&gt;+ forward_differentiable(...)&lt;br&gt;+ simulate(params)" style="text;html=1;strokeColor=#666666;fillColor=#f5f5f5;align=left;verticalAlign=top;whiteSpace=wrap;spacing=8;fontSize=12;overflow=fill;fontColor=#333333;" parent="SurrogateBeamSimulator" vertex="1" connectable="0">
          <mxGeometry y="50" width="330" height="160" as="geometry" />
        </mxCell>
        <mxCell id="ModularMLP" value="&amp;lt;&amp;lt;external&amp;gt;&amp;gt;&lt;br&gt;&lt;b&gt;ModularMLP&lt;/b&gt;" style="swimlane;html=1;whiteSpace=wrap;collapsible=0;recursiveResize=0;childLayout=stackLayout;horizontal=1;startSize=50;align=center;verticalAlign=top;spacing=8;fontStyle=1;fillColor=#f5f5f5;strokeColor=#666666;fontSize=12;fontColor=#333333;" parent="1" vertex="1">
          <mxGeometry x="2720" y="-150" width="270" height="120" as="geometry" />
        </mxCell>
        <mxCell id="ModularMLP_body" value="&lt;b&gt;external attributes&lt;/b&gt;&lt;br&gt;+ input_net / stage_nets / output_nets&lt;br&gt;+ single_output&lt;br&gt;&lt;hr&gt;&lt;b&gt;external methods&lt;/b&gt;&lt;br&gt;+ forward(stage_params, beam0)&lt;br&gt;+ save(path)&lt;br&gt;+ load(path)" style="text;html=1;strokeColor=#666666;fillColor=#f5f5f5;align=left;verticalAlign=top;whiteSpace=wrap;spacing=8;fontSize=12;overflow=fill;fontColor=#333333;" parent="ModularMLP" vertex="1" connectable="0">
          <mxGeometry y="50" width="270" height="70" as="geometry" />
        </mxCell>
-         <mxCell id="SurrogateTrainingDataset" value="&amp;lt;&amp;lt;external&amp;gt;&amp;gt;&lt;br&gt;&lt;b&gt;SurrogateTrainingDataset&lt;/b&gt;" style="swimlane;html=1;whiteSpace=wrap;collapsible=0;recursiveResize=0;childLayout=stackLayout;horizontal=1;startSize=50;align=center;verticalAlign=top;spacing=8;fontStyle=1;fillColor=#f5f5f5;strokeColor=#666666;fontSize=12;fontColor=#333333;" parent="1" vertex="1">
+         <mxCell id="SurrogateTrainingDataset" value="&amp;lt;&amp;lt;external&amp;gt;&amp;gt;&lt;br&gt;&lt;b&gt;BeamDataset&lt;/b&gt;" style="swimlane;html=1;whiteSpace=wrap;collapsible=0;recursiveResize=0;childLayout=stackLayout;horizontal=1;startSize=50;align=center;verticalAlign=top;spacing=8;fontStyle=1;fillColor=#f5f5f5;strokeColor=#666666;fontSize=12;fontColor=#333333;" parent="1" vertex="1">
          <mxGeometry x="2680" y="525" width="300" height="170" as="geometry" />
        </mxCell>
-         <mxCell id="SurrogateTrainingDataset_body" value="&lt;b&gt;external attributes&lt;/b&gt;&lt;br&gt;+ _X / _Y / _scores&lt;br&gt;&lt;hr&gt;&lt;b&gt;external methods&lt;/b&gt;&lt;br&gt;+ add(...) / merge(...)&lt;br&gt;+ get_training_batch(...)&lt;br&gt;+ get_initial_beam_states()&lt;br&gt;+ save_flat(path)" style="text;html=1;strokeColor=#666666;fillColor=#f5f5f5;align=left;verticalAlign=top;whiteSpace=wrap;spacing=8;fontSize=12;overflow=fill;fontColor=#333333;" parent="SurrogateTrainingDataset" vertex="1" connectable="0">
+         <mxCell id="SurrogateTrainingDataset_body" value="&lt;b&gt;external attributes&lt;/b&gt;&lt;br&gt;+ _X / _Y / _scores&lt;br&gt;&lt;hr&gt;&lt;b&gt;external methods&lt;/b&gt;&lt;br&gt;+ append_flat_sample(...) / merge(...)&lt;br&gt;+ get_training_batch(...)&lt;br&gt;+ get_initial_beam_states()&lt;br&gt;+ save_flat(path)&lt;br&gt;&lt;hr&gt;&lt;b&gt;alias&lt;/b&gt;&lt;br&gt;SurrogateTrainingDataset" style="text;html=1;strokeColor=#666666;fillColor=#f5f5f5;align=left;verticalAlign=top;whiteSpace=wrap;spacing=8;fontSize=12;overflow=fill;fontColor=#333333;" parent="SurrogateTrainingDataset" vertex="1" connectable="0">
          <mxGeometry y="50" width="300" height="120" as="geometry" />
        </mxCell>
        <mxCell id="BeamSimulationResult" value="&amp;lt;&amp;lt;external&amp;gt;&amp;gt;&lt;br&gt;&lt;b&gt;BeamSimulationResult&lt;/b&gt;" style="swimlane;html=1;whiteSpace=wrap;collapsible=0;recursiveResize=0;childLayout=stackLayout;horizontal=1;startSize=50;align=center;verticalAlign=top;spacing=8;fontStyle=1;fillColor=#f5f5f5;strokeColor=#666666;fontSize=12;fontColor=#333333;" parent="1" vertex="1">
          <mxGeometry x="2065" y="890" width="330" height="120" as="geometry" />
        </mxCell>
        <mxCell id="BeamSimulationResult_body" value="&lt;b&gt;external attributes&lt;/b&gt;&lt;br&gt;+ params / beam_states&lt;br&gt;+ score_val / success / source&lt;br&gt;+ final_beam / metadata&lt;br&gt;&lt;hr&gt;&lt;b&gt;use&lt;/b&gt;&lt;br&gt;source=&amp;quot;tracewin&amp;quot; feeds online dataset" style="text;html=1;strokeColor=#666666;fillColor=#f5f5f5;align=left;verticalAlign=top;whiteSpace=wrap;spacing=8;fontSize=12;overflow=fill;fontColor=#333333;" parent="BeamSimulationResult" vertex="1" connectable="0">
          <mxGeometry y="50" width="330" height="70" as="geometry" />
        </mxCell>
        <mxCell id="ObjectiveFunction" value="&amp;lt;&amp;lt;callable&amp;gt;&amp;gt;&lt;br&gt;&lt;b&gt;ObjectiveFunction&lt;/b&gt;" style="swimlane;html=1;whiteSpace=wrap;collapsible=0;recursiveResize=0;childLayout=stackLayout;horizontal=1;startSize=50;align=center;verticalAlign=top;spacing=8;fontStyle=1;fillColor=#f5f5f5;strokeColor=#666666;fontSize=12;fontColor=#333333;" parent="1" vertex="1">
          <mxGeometry x="4620" y="325" width="300" height="100" as="geometry" />
        </mxCell>
        <mxCell id="ObjectiveFunction_body" value="&lt;b&gt;callable input&lt;/b&gt;&lt;br&gt;+ params : dict[str, float]&lt;br&gt;&lt;hr&gt;&lt;b&gt;returns&lt;/b&gt;&lt;br&gt;+ score : float" style="text;html=1;strokeColor=#666666;fillColor=#f5f5f5;align=left;verticalAlign=top;whiteSpace=wrap;spacing=8;fontSize=12;overflow=fill;fontColor=#333333;" parent="ObjectiveFunction" vertex="1" connectable="0">
          <mxGeometry y="50" width="300" height="50" as="geometry" />
        </mxCell>
        <mxCell id="PSOOptimizer" value="&lt;b&gt;PSOOptimizer&lt;/b&gt;" style="swimlane;html=1;whiteSpace=wrap;collapsible=0;recursiveResize=0;childLayout=stackLayout;horizontal=1;startSize=34;align=center;verticalAlign=top;spacing=8;fontStyle=1;fillColor=#ffe6cc;strokeColor=#d79b00;fontSize=12;fontColor=#333333;" parent="1" vertex="1">
          <mxGeometry x="4630" y="-40" width="300" height="220" as="geometry" />
        </mxCell>
        <mxCell id="PSOOptimizer_body" value="&lt;b&gt;attributes&lt;/b&gt;&lt;br&gt;+ n_particles : int&lt;br&gt;+ n_iterations : int&lt;br&gt;+ bounds_scale : float&lt;br&gt;+ w / c1 / c2&lt;br&gt;+ seed&lt;br&gt;&lt;hr&gt;&lt;b&gt;methods&lt;/b&gt;&lt;br&gt;+ optimize(objective) : PSOResult" style="text;html=1;strokeColor=#d79b00;fillColor=#ffe6cc;align=left;verticalAlign=top;whiteSpace=wrap;spacing=8;fontSize=12;overflow=fill;" parent="PSOOptimizer" vertex="1" connectable="0">
          <mxGeometry y="34" width="300" height="186" as="geometry" />
        </mxCell>
        <mxCell id="PSOResult" value="&amp;lt;&amp;lt;dataclass&amp;gt;&amp;gt;&lt;br&gt;&lt;b&gt;PSOResult&lt;/b&gt;" style="swimlane;html=1;whiteSpace=wrap;collapsible=0;recursiveResize=0;childLayout=stackLayout;horizontal=1;startSize=50;align=center;verticalAlign=top;spacing=8;fontStyle=1;fillColor=#f8cecc;strokeColor=#b85450;fontSize=12;fontColor=#333333;" parent="1" vertex="1">
          <mxGeometry x="5130" y="-10" width="300" height="160" as="geometry" />
        </mxCell>
        <mxCell id="PSOResult_body" value="&lt;b&gt;attributes&lt;/b&gt;&lt;br&gt;+ best_params : dict[str, float]&lt;br&gt;+ best_score : float&lt;br&gt;+ score_history : list[float]&lt;br&gt;+ n_evaluations : int" style="text;html=1;strokeColor=#b85450;fillColor=#f8cecc;align=left;verticalAlign=top;whiteSpace=wrap;spacing=8;fontSize=12;overflow=fill;" parent="PSOResult" vertex="1" connectable="0">
          <mxGeometry y="50" width="300" height="110" as="geometry" />
        </mxCell>
        <mxCell id="BayesianOptimizer" value="&lt;b&gt;BayesianOptimizer&lt;/b&gt;" style="swimlane;html=1;whiteSpace=wrap;collapsible=0;recursiveResize=0;childLayout=stackLayout;horizontal=1;startSize=34;align=center;verticalAlign=top;spacing=8;fontStyle=1;fillColor=#ffe6cc;strokeColor=#d79b00;fontSize=12;fontColor=#333333;" parent="1" vertex="1">
          <mxGeometry x="4620" y="640" width="300" height="220" as="geometry" />
        </mxCell>
        <mxCell id="BayesianOptimizer_body" value="&lt;b&gt;attributes&lt;/b&gt;&lt;br&gt;+ n_calls : int&lt;br&gt;+ n_initial : int&lt;br&gt;+ bounds_scale : float&lt;br&gt;+ acq_func : str&lt;br&gt;+ seed&lt;br&gt;&lt;hr&gt;&lt;b&gt;methods&lt;/b&gt;&lt;br&gt;+ optimize(objective) : BOResult" style="text;html=1;strokeColor=#d79b00;fillColor=#ffe6cc;align=left;verticalAlign=top;whiteSpace=wrap;spacing=8;fontSize=12;overflow=fill;" parent="BayesianOptimizer" vertex="1" connectable="0">
          <mxGeometry y="34" width="300" height="186" as="geometry" />
        </mxCell>
        <mxCell id="BOResult" value="&amp;lt;&amp;lt;dataclass&amp;gt;&amp;gt;&lt;br&gt;&lt;b&gt;BOResult&lt;/b&gt;" style="swimlane;html=1;whiteSpace=wrap;collapsible=0;recursiveResize=0;childLayout=stackLayout;horizontal=1;startSize=50;align=center;verticalAlign=top;spacing=8;fontStyle=1;fillColor=#f8cecc;strokeColor=#b85450;fontSize=12;fontColor=#333333;" parent="1" vertex="1">
          <mxGeometry x="5140" y="670" width="300" height="160" as="geometry" />
        </mxCell>
        <mxCell id="BOResult_body" value="&lt;b&gt;attributes&lt;/b&gt;&lt;br&gt;+ best_params : dict[str, float]&lt;br&gt;+ best_score : float&lt;br&gt;+ score_history : list[float]&lt;br&gt;+ n_calls : int" style="text;html=1;strokeColor=#b85450;fillColor=#f8cecc;align=left;verticalAlign=top;whiteSpace=wrap;spacing=8;fontSize=12;overflow=fill;" parent="BOResult" vertex="1" connectable="0">
          <mxGeometry y="50" width="300" height="110" as="geometry" />
        </mxCell>
        <mxCell id="StableBaselinesSAC" value="&amp;lt;&amp;lt;external&amp;gt;&amp;gt;&lt;br&gt;&lt;b&gt;stable_baselines3.SAC&lt;/b&gt;" style="swimlane;html=1;whiteSpace=wrap;collapsible=0;recursiveResize=0;childLayout=stackLayout;horizontal=1;startSize=50;align=center;verticalAlign=top;spacing=8;fontStyle=1;fillColor=#f5f5f5;strokeColor=#666666;fontSize=12;fontColor=#333333;" parent="1" vertex="1">
          <mxGeometry x="635" y="2150" width="250" height="100" as="geometry" />
        </mxCell>
        <mxCell id="StableBaselinesSAC_body" value="&lt;b&gt;external attributes&lt;/b&gt;&lt;br&gt;+ policy / replay_buffer / logger&lt;br&gt;&lt;hr&gt;&lt;b&gt;external methods&lt;/b&gt;&lt;br&gt;+ learn(...)&lt;br&gt;+ predict(...)&lt;br&gt;+ save(...) / load(...)" style="text;html=1;strokeColor=none;fillColor=none;align=left;verticalAlign=top;whiteSpace=wrap;spacing=8;fontSize=12;overflow=fill;fontColor=#333333;" parent="StableBaselinesSAC" vertex="1" connectable="0">
          <mxGeometry y="50" width="250" height="50" as="geometry" />
        </mxCell>
        <mxCell id="BaseCallback" value="&amp;lt;&amp;lt;external&amp;gt;&amp;gt;&lt;br&gt;&lt;b&gt;BaseCallback&lt;/b&gt;" style="swimlane;html=1;whiteSpace=wrap;collapsible=0;recursiveResize=0;childLayout=stackLayout;horizontal=1;startSize=50;align=center;verticalAlign=top;spacing=8;fontStyle=1;fillColor=#f5f5f5;strokeColor=#666666;fontSize=12;fontColor=#333333;" parent="1" vertex="1">
          <mxGeometry x="635" y="2950" width="250" height="100" as="geometry" />
        </mxCell>
        <mxCell id="BaseCallback_body" value="&lt;b&gt;external attributes&lt;/b&gt;&lt;br&gt;+ locals / globals&lt;br&gt;&lt;hr&gt;&lt;b&gt;external methods&lt;/b&gt;&lt;br&gt;+ _on_step() : bool" style="text;html=1;strokeColor=none;fillColor=none;align=left;verticalAlign=top;whiteSpace=wrap;spacing=8;fontSize=12;overflow=fill;fontColor=#333333;" parent="BaseCallback" vertex="1" connectable="0">
          <mxGeometry y="50" width="250" height="50" as="geometry" />
        </mxCell>
        <mxCell id="api_on_1" value="same API" style="endArrow=open;dashed=1;html=1;rounded=0;edgeStyle=orthogonalEdgeStyle;exitX=0.5;exitY=0;exitDx=0;exitDy=0;" parent="1" source="REINFORCE" target="OnPolicyAgent" edge="1">
          <mxGeometry relative="1" as="geometry">
            <Array as="points">
              <mxPoint x="-340" y="360" />
              <mxPoint x="125" y="360" />
            </Array>
          </mxGeometry>
        </mxCell>
        <mxCell id="api_on_2" value="same API" style="endArrow=open;dashed=1;html=1;rounded=0;edgeStyle=orthogonalEdgeStyle;exitX=0.5;exitY=0;exitDx=0;exitDy=0;" parent="1" source="A2C" target="OnPolicyAgent" edge="1">
          <mxGeometry relative="1" as="geometry">
            <mxPoint x="-335" y="644.9999999999995" as="sourcePoint" />
            <mxPoint x="125" y="249.99999999999955" as="targetPoint" />
            <Array as="points">
              <mxPoint x="-335" y="620" />
              <mxPoint x="125" y="620" />
            </Array>
          </mxGeometry>
        </mxCell>
        <mxCell id="api_on_3" value="same API" style="endArrow=open;dashed=1;html=1;rounded=0;edgeStyle=orthogonalEdgeStyle;exitX=0.5;exitY=0;exitDx=0;exitDy=0;" parent="1" source="PPO" target="OnPolicyAgent" edge="1">
          <mxGeometry relative="1" as="geometry">
            <mxPoint x="-350" y="1180" as="sourcePoint" />
            <mxPoint x="125" y="249.99999999999955" as="targetPoint" />
            <Array as="points">
              <mxPoint x="-350" y="1200" />
              <mxPoint x="125" y="1200" />
            </Array>
          </mxGeometry>
        </mxCell>
        <mxCell id="api_on_4" value="same API" style="endArrow=open;dashed=1;html=1;rounded=0;edgeStyle=orthogonalEdgeStyle;exitX=0.5;exitY=0;exitDx=0;exitDy=0;" parent="1" source="TRPO" target="OnPolicyAgent" edge="1">
          <mxGeometry relative="1" as="geometry">
            <mxPoint x="-335" y="890" as="sourcePoint" />
            <mxPoint x="125" y="250" as="targetPoint" />
            <Array as="points">
              <mxPoint x="-335" y="910" />
              <mxPoint x="125" y="910" />
            </Array>
          </mxGeometry>
        </mxCell>
        <mxCell id="api_off_1" value="same API" style="endArrow=open;dashed=1;html=1;rounded=0;edgeStyle=orthogonalEdgeStyle;exitX=0.5;exitY=0;exitDx=0;exitDy=0;" parent="1" source="DDPG" target="OffPolicyAgent" edge="1">
          <mxGeometry relative="1" as="geometry">
            <Array as="points">
              <mxPoint x="795" y="330" />
              <mxPoint x="1075" y="330" />
            </Array>
          </mxGeometry>
        </mxCell>
        <mxCell id="api_off_2" value="same API" style="endArrow=open;dashed=1;html=1;rounded=0;edgeStyle=orthogonalEdgeStyle;exitX=0.5;exitY=0;exitDx=0;exitDy=0;" parent="1" source="TD3" target="OffPolicyAgent" edge="1">
          <mxGeometry x="-0.5914" relative="1" as="geometry">
            <Array as="points">
              <mxPoint x="785" y="700" />
              <mxPoint x="1075" y="700" />
            </Array>
            <mxPoint x="1" as="offset" />
          </mxGeometry>
        </mxCell>
        <mxCell id="api_off_3" value="same API" style="endArrow=open;dashed=1;html=1;rounded=0;edgeStyle=orthogonalEdgeStyle;exitX=0.5;exitY=0;exitDx=0;exitDy=0;" parent="1" source="SAC" target="OffPolicyAgent" edge="1">
          <mxGeometry relative="1" as="geometry">
            <Array as="points">
              <mxPoint x="785" y="1000" />
              <mxPoint x="1075" y="1000" />
            </Array>
          </mxGeometry>
        </mxCell>
        <mxCell id="reinforce_policy" value="stochastic actor" style="startArrow=diamond;startFill=1;endArrow=open;html=1;rounded=0;edgeStyle=orthogonalEdgeStyle;exitX=0.75;exitY=1;exitDx=0;exitDy=0;entryX=0.25;entryY=0;entryDx=0;entryDy=0;" parent="1" source="REINFORCE" target="GaussianPolicyNetwork" edge="1">
          <mxGeometry x="-0.8683" relative="1" as="geometry">
            <mxPoint x="-291" y="580" as="sourcePoint" />
            <mxPoint x="-320" y="1810" as="targetPoint" />
            <Array as="points">
              <mxPoint x="-291" y="590" />
              <mxPoint x="-117" y="590" />
            </Array>
            <mxPoint as="offset" />
          </mxGeometry>
        </mxCell>
        <mxCell id="reinforce_buffer" value="trajectory" style="startArrow=diamond;startFill=1;endArrow=open;html=1;rounded=0;edgeStyle=orthogonalEdgeStyle;" parent="1" source="REINFORCE" target="EpisodeBuffer" edge="1">
          <mxGeometry x="-0.3295" relative="1" as="geometry">
            <mxPoint as="offset" />
          </mxGeometry>
        </mxCell>
        <mxCell id="a2c_policy" value="stochastic actor" style="startArrow=diamond;startFill=1;endArrow=open;html=1;rounded=0;edgeStyle=orthogonalEdgeStyle;exitX=0.75;exitY=1;exitDx=0;exitDy=0;entryX=0.25;entryY=0;entryDx=0;entryDy=0;" parent="1" source="A2C" target="GaussianPolicyNetwork" edge="1">
          <mxGeometry x="-0.8294" relative="1" as="geometry">
            <mxPoint x="-272.5" y="835" as="sourcePoint" />
            <mxPoint x="-79.92307692307713" y="1610" as="targetPoint" />
            <Array as="points">
              <mxPoint x="-272" y="850" />
              <mxPoint x="-117" y="850" />
            </Array>
            <mxPoint x="1" as="offset" />
          </mxGeometry>
        </mxCell>
        <mxCell id="a2c_value" value="V critic" style="startArrow=diamond;startFill=1;endArrow=open;html=1;rounded=0;edgeStyle=orthogonalEdgeStyle;exitX=0.25;exitY=1;exitDx=0;exitDy=0;" parent="1" source="A2C" target="ValueNetwork" edge="1">
          <mxGeometry x="-0.6766" relative="1" as="geometry">
            <Array as="points">
              <mxPoint x="-397" y="880" />
              <mxPoint x="-605" y="880" />
            </Array>
            <mxPoint as="offset" />
          </mxGeometry>
        </mxCell>
        <mxCell id="a2c_buffer" value="trajectory" style="startArrow=diamond;startFill=1;endArrow=open;html=1;rounded=0;edgeStyle=orthogonalEdgeStyle;" parent="1" source="A2C" target="EpisodeBuffer" edge="1">
          <mxGeometry x="-0.4909" relative="1" as="geometry">
            <mxPoint as="offset" />
          </mxGeometry>
        </mxCell>
        <mxCell id="ppo_policy" value="stochastic actor" style="startArrow=diamond;startFill=1;endArrow=open;html=1;rounded=0;edgeStyle=orthogonalEdgeStyle;exitX=0.75;exitY=1;exitDx=0;exitDy=0;entryX=0.25;entryY=0;entryDx=0;entryDy=0;" parent="1" source="PPO" target="GaussianPolicyNetwork" edge="1">
          <mxGeometry x="-0.6411" relative="1" as="geometry">
            <mxPoint x="-293" y="1430" as="sourcePoint" />
            <mxPoint x="-80.42000000000007" y="1611.5400000000009" as="targetPoint" />
            <Array as="points">
              <mxPoint x="-293" y="1460" />
              <mxPoint x="-117" y="1460" />
            </Array>
            <mxPoint as="offset" />
          </mxGeometry>
        </mxCell>
        <mxCell id="ppo_value" value="V critic" style="startArrow=diamond;startFill=1;endArrow=open;html=1;rounded=0;edgeStyle=orthogonalEdgeStyle;exitX=0.25;exitY=1;exitDx=0;exitDy=0;" parent="1" source="PPO" target="ValueNetwork" edge="1">
          <mxGeometry relative="1" as="geometry" />
        </mxCell>
        <mxCell id="ppo_buffer" value="trajectory" style="startArrow=diamond;startFill=1;endArrow=open;html=1;rounded=0;edgeStyle=orthogonalEdgeStyle;exitX=0;exitY=0.5;exitDx=0;exitDy=0;" parent="1" source="PPO" target="EpisodeBuffer" edge="1">
          <mxGeometry x="-0.6677" relative="1" as="geometry">
            <mxPoint x="-240" y="1270" as="sourcePoint" />
            <mxPoint as="offset" />
          </mxGeometry>
        </mxCell>
        <mxCell id="trpo_policy" value="stochastic actor" style="startArrow=diamond;startFill=1;endArrow=open;html=1;rounded=0;edgeStyle=orthogonalEdgeStyle;exitX=0.75;exitY=1;exitDx=0;exitDy=0;entryX=0.25;entryY=0;entryDx=0;entryDy=0;" parent="1" source="TRPO" target="GaussianPolicyNetwork" edge="1">
          <mxGeometry x="-0.7639" relative="1" as="geometry">
            <mxPoint x="-271.5" y="1150" as="sourcePoint" />
            <mxPoint x="-81" y="1610" as="targetPoint" />
            <Array as="points">
              <mxPoint x="-271" y="1170" />
              <mxPoint x="-117" y="1170" />
              <mxPoint x="-117" y="1610" />
            </Array>
            <mxPoint as="offset" />
          </mxGeometry>
        </mxCell>
        <mxCell id="trpo_value" value="V critic" style="startArrow=diamond;startFill=1;endArrow=open;html=1;rounded=0;edgeStyle=orthogonalEdgeStyle;exitX=0.25;exitY=1;exitDx=0;exitDy=0;" parent="1" source="TRPO" target="ValueNetwork" edge="1">
          <mxGeometry x="-0.5898" relative="1" as="geometry">
            <mxPoint x="-396.5" y="1150" as="sourcePoint" />
            <mxPoint x="-604" y="1540" as="targetPoint" />
            <Array as="points">
              <mxPoint x="-396" y="1160" />
              <mxPoint x="-604" y="1160" />
            </Array>
            <mxPoint as="offset" />
          </mxGeometry>
        </mxCell>
        <mxCell id="trpo_buffer" value="trajectory" style="startArrow=diamond;startFill=1;endArrow=open;html=1;rounded=0;edgeStyle=orthogonalEdgeStyle;exitX=0;exitY=0.25;exitDx=0;exitDy=0;" parent="1" source="TRPO" target="EpisodeBuffer" edge="1">
          <mxGeometry x="-0.5836" relative="1" as="geometry">
            <Array as="points">
              <mxPoint x="-980" y="985" />
            </Array>
            <mxPoint as="offset" />
          </mxGeometry>
        </mxCell>
        <mxCell id="trpo_utils_edge" value="trust-region math" style="endArrow=open;dashed=1;html=1;rounded=0;edgeStyle=orthogonalEdgeStyle;exitX=0;exitY=0.75;exitDx=0;exitDy=0;" parent="1" source="TRPO" target="TRPOUtils" edge="1">
          <mxGeometry x="-0.8065" relative="1" as="geometry">
            <mxPoint x="-430" y="1090" as="sourcePoint" />
            <Array as="points">
              <mxPoint x="-670" y="1095" />
              <mxPoint x="-670" y="1095" />
            </Array>
            <mxPoint as="offset" />
          </mxGeometry>
        </mxCell>
        <mxCell id="ddpg_actor" value="detActor + target" style="startArrow=diamond;startFill=1;endArrow=open;html=1;rounded=0;edgeStyle=orthogonalEdgeStyle;exitX=0.75;exitY=1;exitDx=0;exitDy=0;entryX=0.5;entryY=0;entryDx=0;entryDy=0;" parent="1" source="DDPG" target="DeterministicPolicyNetwork" edge="1">
          <mxGeometry x="-0.7814" relative="1" as="geometry">
            <Array as="points">
              <mxPoint x="858" y="640" />
              <mxPoint x="995" y="640" />
            </Array>
            <mxPoint as="offset" />
          </mxGeometry>
        </mxCell>
        <mxCell id="ddpg_critic" value="critic + target" style="startArrow=diamond;startFill=1;endArrow=open;html=1;rounded=0;edgeStyle=orthogonalEdgeStyle;exitX=0.25;exitY=1;exitDx=0;exitDy=0;" parent="1" source="DDPG" target="QNetwork" edge="1">
          <mxGeometry relative="1" as="geometry">
            <Array as="points">
              <mxPoint x="733" y="640" />
              <mxPoint x="560" y="640" />
            </Array>
          </mxGeometry>
        </mxCell>
        <mxCell id="ddpg_replay" value="transitions" style="startArrow=diamond;startFill=1;endArrow=open;html=1;rounded=0;edgeStyle=orthogonalEdgeStyle;exitX=0;exitY=0.25;exitDx=0;exitDy=0;" parent="1" source="DDPG" target="ReplayBuffer" edge="1">
          <mxGeometry x="-0.7288" relative="1" as="geometry">
            <mxPoint as="offset" />
          </mxGeometry>
        </mxCell>
        <mxCell id="ddpg_noise" value="exploration" style="startArrow=diamond;startFill=1;endArrow=open;html=1;rounded=0;edgeStyle=orthogonalEdgeStyle;" parent="1" source="DDPG" target="NormalNoiseDecayStrategy" edge="1">
          <mxGeometry relative="1" as="geometry" />
        </mxCell>
        <mxCell id="td3_actor" value="detActor + target" style="startArrow=diamond;startFill=1;endArrow=open;html=1;rounded=0;edgeStyle=orthogonalEdgeStyle;exitX=0.75;exitY=1;exitDx=0;exitDy=0;" parent="1" source="TD3" target="DeterministicPolicyNetwork" edge="1">
          <mxGeometry x="-0.6681" relative="1" as="geometry">
            <Array as="points">
              <mxPoint x="848" y="970" />
              <mxPoint x="995" y="970" />
            </Array>
            <mxPoint as="offset" />
          </mxGeometry>
        </mxCell>
        <mxCell id="td3_critic" value="twin critic + target" style="startArrow=diamond;startFill=1;endArrow=open;html=1;rounded=0;edgeStyle=orthogonalEdgeStyle;exitX=0.25;exitY=1;exitDx=0;exitDy=0;" parent="1" source="TD3" target="TwinQNetwork" edge="1">
          <mxGeometry relative="1" as="geometry">
            <Array as="points">
              <mxPoint x="722" y="960" />
              <mxPoint x="355" y="960" />
            </Array>
          </mxGeometry>
        </mxCell>
        <mxCell id="td3_replay" value="transitions" style="startArrow=diamond;startFill=1;endArrow=open;html=1;rounded=0;edgeStyle=orthogonalEdgeStyle;exitX=0;exitY=0.25;exitDx=0;exitDy=0;" parent="1" source="TD3" target="ReplayBuffer" edge="1">
          <mxGeometry x="-0.917" relative="1" as="geometry">
            <mxPoint as="offset" />
          </mxGeometry>
        </mxCell>
        <mxCell id="sac_policy" value="stochastic actor" style="startArrow=diamond;startFill=1;endArrow=open;html=1;rounded=0;edgeStyle=orthogonalEdgeStyle;entryX=0.25;entryY=0;entryDx=0;entryDy=0;" parent="1" source="SAC" target="GaussianPolicyNetwork" edge="1">
          <mxGeometry x="-0.923" relative="1" as="geometry">
            <mxPoint x="853" y="1075" as="sourcePoint" />
            <mxPoint x="-12" y="1610" as="targetPoint" />
            <Array as="points">
              <mxPoint x="-118" y="1170" />
            </Array>
            <mxPoint as="offset" />
          </mxGeometry>
        </mxCell>
        <mxCell id="sac_critic" value="critic1/critic2 + targets" style="startArrow=diamond;startFill=1;endArrow=open;html=1;rounded=0;edgeStyle=orthogonalEdgeStyle;exitX=0.25;exitY=1;exitDx=0;exitDy=0;" parent="1" source="SAC" target="QNetwork" edge="1">
          <mxGeometry x="-0.531" relative="1" as="geometry">
            <mxPoint x="787.5" y="1290" as="sourcePoint" />
            <mxPoint x="560" y="1640" as="targetPoint" />
            <Array as="points">
              <mxPoint x="720" y="1280" />
              <mxPoint x="720" y="1320" />
              <mxPoint x="560" y="1320" />
            </Array>
            <mxPoint as="offset" />
          </mxGeometry>
        </mxCell>
        <mxCell id="sac_replay" value="transitions" style="startArrow=diamond;startFill=1;endArrow=open;html=1;rounded=0;edgeStyle=orthogonalEdgeStyle;exitX=0;exitY=0.25;exitDx=0;exitDy=0;" parent="1" source="SAC" target="ReplayBuffer" edge="1">
          <mxGeometry x="-0.8571" y="5" relative="1" as="geometry">
            <mxPoint as="offset" />
          </mxGeometry>
        </mxCell>
        <mxCell id="sb3_wraps" value="wraps" style="startArrow=diamond;startFill=1;endArrow=open;html=1;rounded=0;edgeStyle=orthogonalEdgeStyle;" parent="1" source="SB3SAC" target="StableBaselinesSAC" edge="1">
          <mxGeometry relative="1" as="geometry" />
        </mxCell>
        <mxCell id="sb3_callback" value="training callback" style="startArrow=diamond;startFill=1;endArrow=open;html=1;rounded=0;edgeStyle=orthogonalEdgeStyle;" parent="1" source="SB3SAC" target="BestScoreCallback" edge="1">
          <mxGeometry relative="1" as="geometry" />
        </mxCell>
        <mxCell id="callback_inherits" value="" style="endArrow=block;endFill=0;html=1;rounded=0;edgeStyle=orthogonalEdgeStyle;" parent="1" source="BestScoreCallback" target="BaseCallback" edge="1">
          <mxGeometry relative="1" as="geometry" />
        </mxCell>
        <mxCell id="mixed_real_synth" value="real + synth buffers" style="startArrow=diamond;startFill=1;endArrow=open;html=1;rounded=0;edgeStyle=orthogonalEdgeStyle;" parent="1" source="MixedReplayBuffer" target="ReplayBuffer" edge="1">
          <mxGeometry relative="1" as="geometry" />
        </mxCell>
        <mxCell id="mbpo_inherits_api" value="delegates to agent" style="endArrow=open;dashed=1;html=1;rounded=0;edgeStyle=orthogonalEdgeStyle;" parent="1" source="MBPO" target="OffPolicyAgent" edge="1">
          <mxGeometry relative="1" as="geometry" />
        </mxCell>
        <mxCell id="mbpo_mixed" value="replaces agent.replay" style="startArrow=diamond;startFill=1;endArrow=open;html=1;rounded=0;edgeStyle=orthogonalEdgeStyle;" parent="1" source="MBPO" target="MixedReplayBuffer" edge="1">
          <mxGeometry relative="1" as="geometry" />
        </mxCell>
        <mxCell id="mbpo_agent" value="agent SAC/TD3-like" style="startArrow=diamond;startFill=0;endArrow=open;html=1;rounded=0;edgeStyle=orthogonalEdgeStyle;" parent="1" source="MBPO" target="OffPolicyAgent" edge="1">
          <mxGeometry relative="1" as="geometry" />
        </mxCell>
        <mxCell id="mbpo_sim" value="owns simulator" style="startArrow=diamond;startFill=1;endArrow=open;html=1;rounded=0;edgeStyle=orthogonalEdgeStyle;" parent="1" source="MBPO" target="SurrogateBeamSimulator" edge="1">
          <mxGeometry relative="1" as="geometry" />
        </mxCell>
        <mxCell id="sim_models" value="ensemble" style="startArrow=diamond;startFill=0;endArrow=open;html=1;rounded=0;edgeStyle=orthogonalEdgeStyle;" parent="1" source="SurrogateBeamSimulator" target="ModularMLP" edge="1">
          <mxGeometry relative="1" as="geometry" />
        </mxCell>
        <mxCell id="sim_dataset" value="beam0 source" style="startArrow=diamond;startFill=0;endArrow=open;html=1;rounded=0;edgeStyle=orthogonalEdgeStyle;" parent="1" source="SurrogateBeamSimulator" target="SurrogateTrainingDataset" edge="1">
          <mxGeometry relative="1" as="geometry">
            <Array as="points">
              <mxPoint x="2810" y="460" />
              <mxPoint x="2810" y="460" />
            </Array>
          </mxGeometry>
        </mxCell>
        <mxCell id="mbpo_update_inherits" value="" style="endArrow=block;endFill=0;html=1;rounded=0;edgeStyle=orthogonalEdgeStyle;" parent="1" source="MBPOWithModelUpdate" target="MBPO" edge="1">
          <mxGeometry relative="1" as="geometry" />
        </mxCell>
-         <mxCell id="mbpo_update_dataset" value="offline + online" style="startArrow=diamond;startFill=1;endArrow=open;html=1;rounded=0;edgeStyle=orthogonalEdgeStyle;" parent="1" source="MBPOWithModelUpdate" target="SurrogateTrainingDataset" edge="1">
+         <mxCell id="mbpo_update_dataset" value="updater owns offline + online" style="startArrow=diamond;startFill=1;endArrow=open;html=1;rounded=0;edgeStyle=orthogonalEdgeStyle;" parent="1" source="MBPOWithModelUpdate" target="SurrogateTrainingDataset" edge="1">
          <mxGeometry relative="1" as="geometry" />
        </mxCell>
        <mxCell id="mbpo_update_tracewin" value="sim_result" style="endArrow=open;html=1;rounded=0;edgeStyle=orthogonalEdgeStyle;" parent="1" source="MBPOWithModelUpdate" target="BeamSimulationResult" edge="1">
          <mxGeometry relative="1" as="geometry" />
        </mxCell>
        <mxCell id="svg_policy" value="stochastic actor" style="startArrow=diamond;startFill=1;endArrow=open;html=1;rounded=0;edgeStyle=orthogonalEdgeStyle;entryX=0.75;entryY=0;entryDx=0;entryDy=0;exitX=0.25;exitY=1;exitDx=0;exitDy=0;" parent="1" source="SVGAgent" target="GaussianPolicyNetwork" edge="1">
          <mxGeometry relative="1" as="geometry">
            <mxPoint x="1790" y="1740" as="sourcePoint" />
            <mxPoint x="-16.99999999999909" y="1610" as="targetPoint" />
            <Array as="points">
              <mxPoint x="3408" y="1870" />
              <mxPoint x="48" y="1870" />
            </Array>
          </mxGeometry>
        </mxCell>
        <mxCell id="svg_sim" value="owns simulator" style="startArrow=diamond;startFill=1;endArrow=open;html=1;rounded=0;edgeStyle=orthogonalEdgeStyle;entryX=1;entryY=0.5;entryDx=0;entryDy=0;" parent="1" source="SVGAgent" target="SurrogateBeamSimulator" edge="1">
          <mxGeometry relative="1" as="geometry">
            <Array as="points">
              <mxPoint x="3505" y="150" />
            </Array>
          </mxGeometry>
        </mxCell>
        <mxCell id="svg_dataset" value="initial beams" style="startArrow=diamond;startFill=0;endArrow=open;html=1;rounded=0;edgeStyle=orthogonalEdgeStyle;" parent="1" source="SVGAgent" target="SurrogateTrainingDataset" edge="1">
          <mxGeometry relative="1" as="geometry" />
        </mxCell>
        <mxCell id="svg_returns" value="returns" style="endArrow=open;html=1;rounded=0;edgeStyle=orthogonalEdgeStyle;" parent="1" source="SVGAgent" target="SVGResult" edge="1">
          <mxGeometry relative="1" as="geometry" />
        </mxCell>
        <mxCell id="pso_calls" value="calls" style="endArrow=open;html=1;rounded=0;edgeStyle=orthogonalEdgeStyle;" parent="1" source="PSOOptimizer" target="ObjectiveFunction" edge="1">
          <mxGeometry relative="1" as="geometry" />
        </mxCell>
        <mxCell id="pso_returns" value="returns" style="endArrow=open;html=1;rounded=0;edgeStyle=orthogonalEdgeStyle;" parent="1" source="PSOOptimizer" target="PSOResult" edge="1">
          <mxGeometry relative="1" as="geometry" />
        </mxCell>
        <mxCell id="bo_calls" value="calls" style="endArrow=open;html=1;rounded=0;edgeStyle=orthogonalEdgeStyle;" parent="1" source="BayesianOptimizer" target="ObjectiveFunction" edge="1">
          <mxGeometry relative="1" as="geometry" />
        </mxCell>
        <mxCell id="bo_returns" value="returns" style="endArrow=open;html=1;rounded=0;edgeStyle=orthogonalEdgeStyle;" parent="1" source="BayesianOptimizer" target="BOResult" edge="1">
          <mxGeometry relative="1" as="geometry" />
        </mxCell>
        <mxCell id="TRPOUtils" value="&amp;lt;&amp;lt;module&amp;gt;&amp;gt;&lt;br&gt;&lt;b&gt;trpo_utils&lt;/b&gt;" style="swimlane;html=1;whiteSpace=wrap;collapsible=0;recursiveResize=0;childLayout=stackLayout;horizontal=1;startSize=34;align=center;verticalAlign=top;spacing=8;fontStyle=1;fillColor=#e1d5e7;strokeColor=#9673a6;fontSize=12;fontColor=#333333;" parent="1" vertex="1">
          <mxGeometry x="-1400" y="1004" width="320" height="196" as="geometry" />
        </mxCell>
        <mxCell id="TRPOUtils_body" value="&lt;b&gt;functions&lt;/b&gt;&lt;br&gt;+ conjugate_gradient(...)&lt;br&gt;+ fisher_vector_product(...)&lt;br&gt;+ compute_kl_divergence(...)&lt;br&gt;+ get_flat_params(...) / set_flat_params(...)&lt;br&gt;+ get_flat_grad(...)&lt;br&gt;+ line_search(...)" style="text;html=1;strokeColor=#9673a6;fillColor=#e1d5e7;align=left;verticalAlign=top;whiteSpace=wrap;spacing=8;fontSize=12;overflow=fill;" parent="TRPOUtils" vertex="1" connectable="0">
          <mxGeometry y="34" width="320" height="162" as="geometry" />
        </mxCell>
        <mxCell id="SAC" value="&lt;b&gt;SAC&lt;/b&gt;" style="swimlane;html=1;whiteSpace=wrap;collapsible=0;recursiveResize=0;childLayout=stackLayout;horizontal=1;startSize=34;align=center;verticalAlign=top;spacing=8;fontStyle=1;fillColor=#d5e8d4;strokeColor=#82b366;fontSize=12;fontColor=#333333;" parent="1" vertex="1">
          <mxGeometry x="660" y="1050" width="250" height="230" as="geometry" />
        </mxCell>
        <mxCell id="SAC_body" value="&lt;b&gt;attributes&lt;/b&gt;&lt;br&gt;+ policy : stocActor&lt;br&gt;+ critic1 / critic2 : QNetwork&lt;br&gt;+ tc1 / tc2 target critics&lt;br&gt;+ actor_opt / critic*_opt / alpha_opt&lt;br&gt;+ target_entropy&lt;br&gt;+ replay : ReplayBuffer&lt;br&gt;&lt;hr&gt;&lt;b&gt;methods&lt;/b&gt;&lt;br&gt;+ select_action(state, training)&lt;br&gt;+ store(s, a, r, ns, done)&lt;br&gt;+ optimize()&lt;br&gt;+ save(path) / load(path)" style="text;html=1;strokeColor=#82b366;fillColor=#d5e8d4;align=left;verticalAlign=top;whiteSpace=wrap;spacing=8;fontSize=12;overflow=fill;" parent="SAC" vertex="1" connectable="0">
          <mxGeometry y="34" width="250" height="196" as="geometry" />
        </mxCell>
      </root>
    </mxGraphModel>
  </diagram>
- </mxfile>+ </mxfile>
